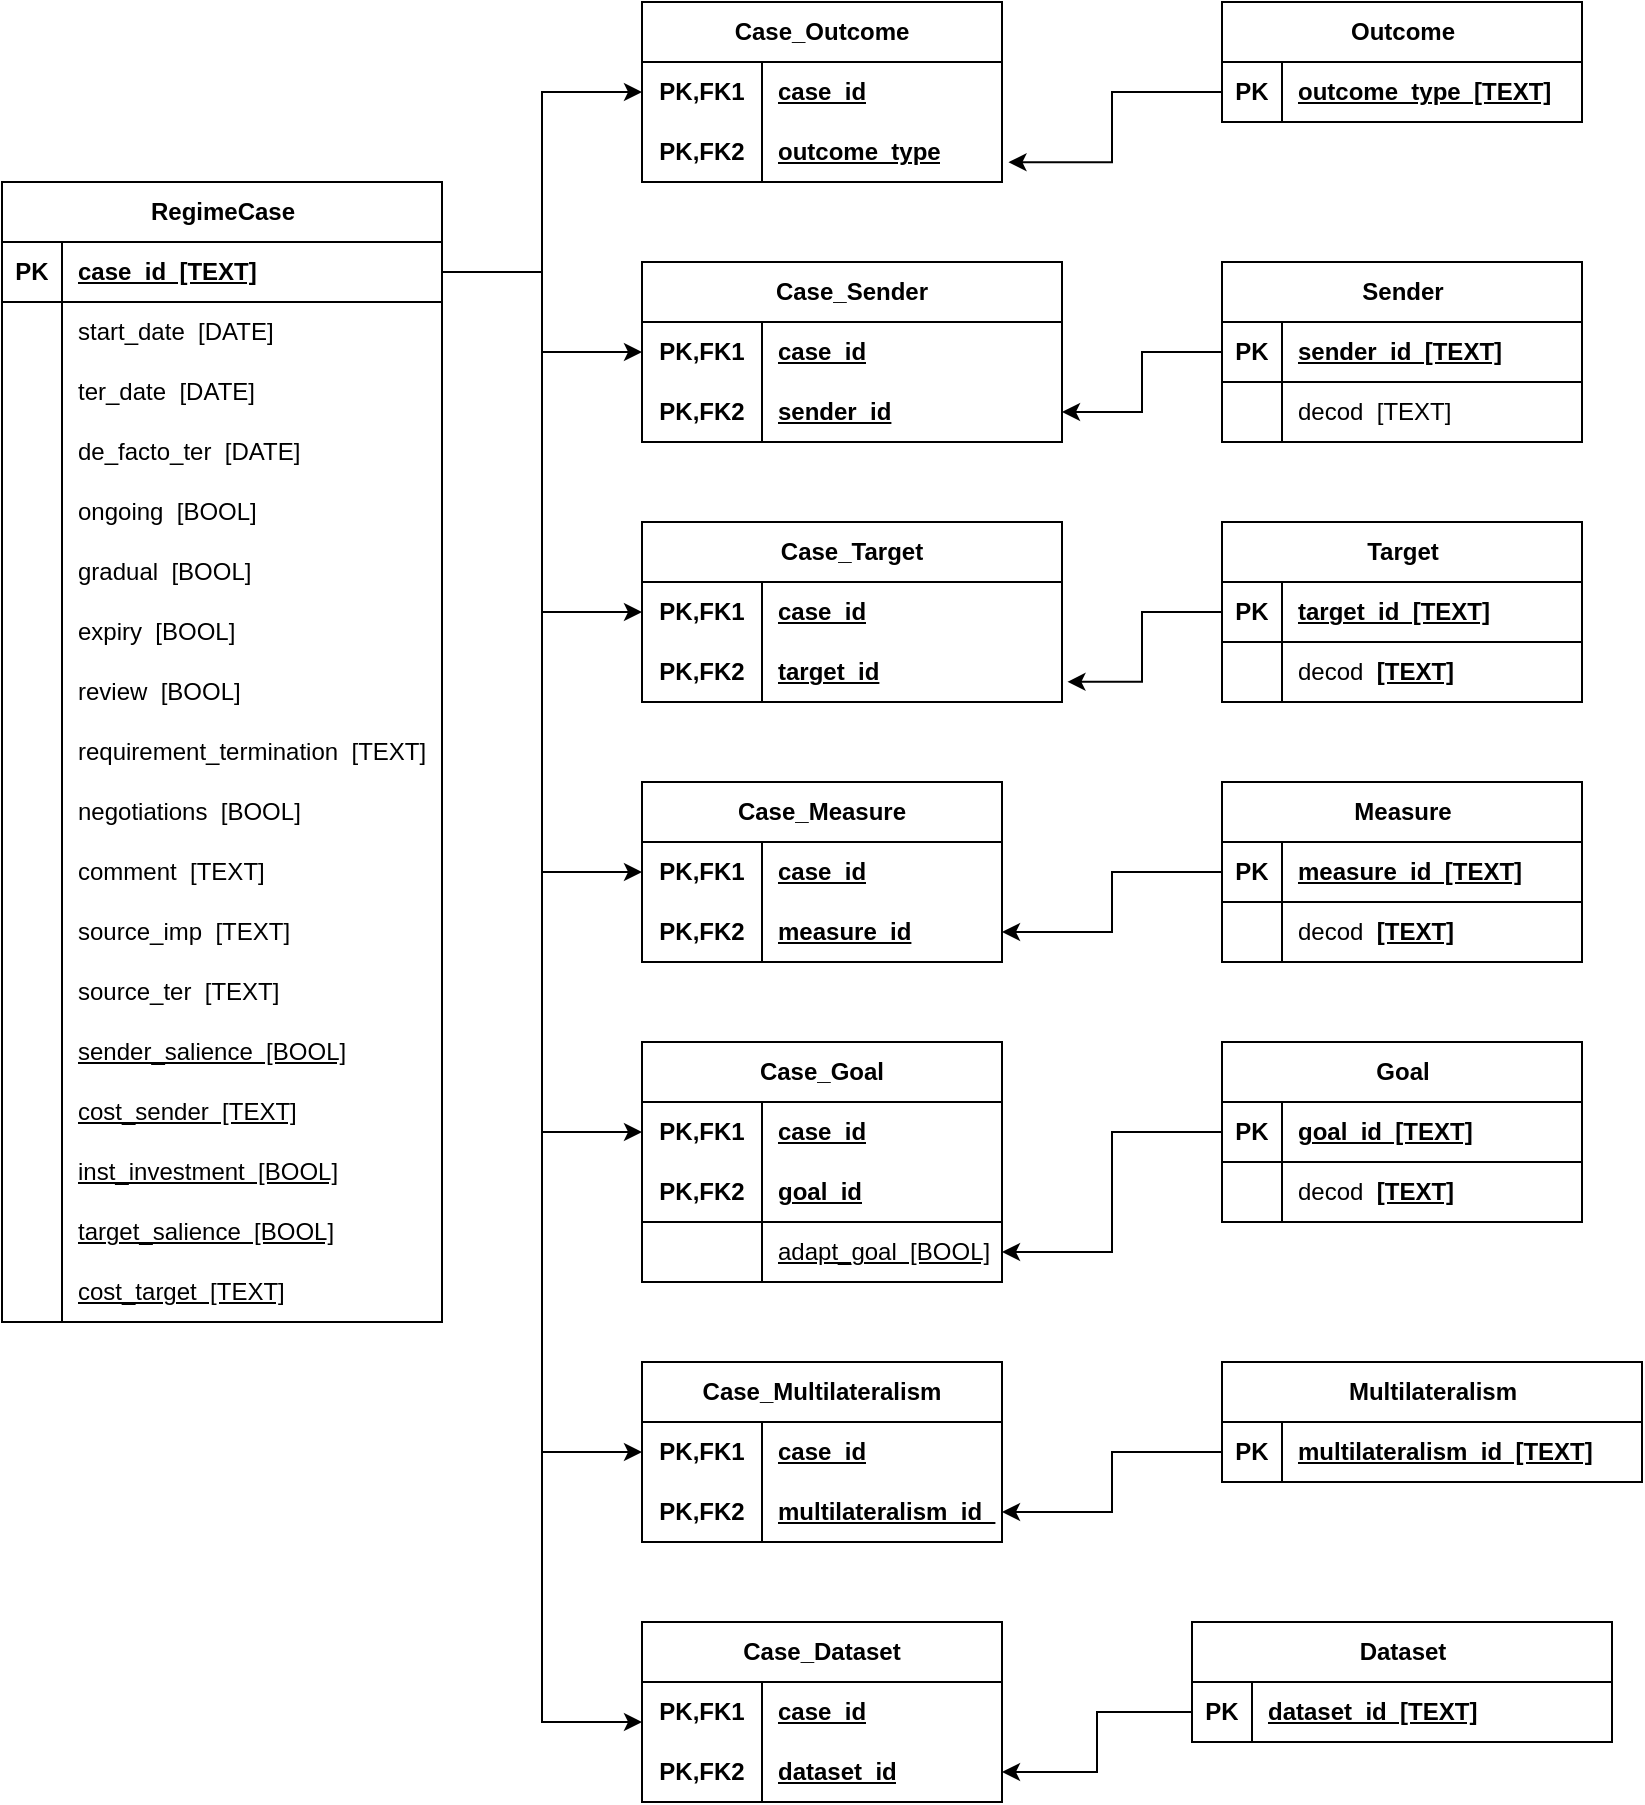
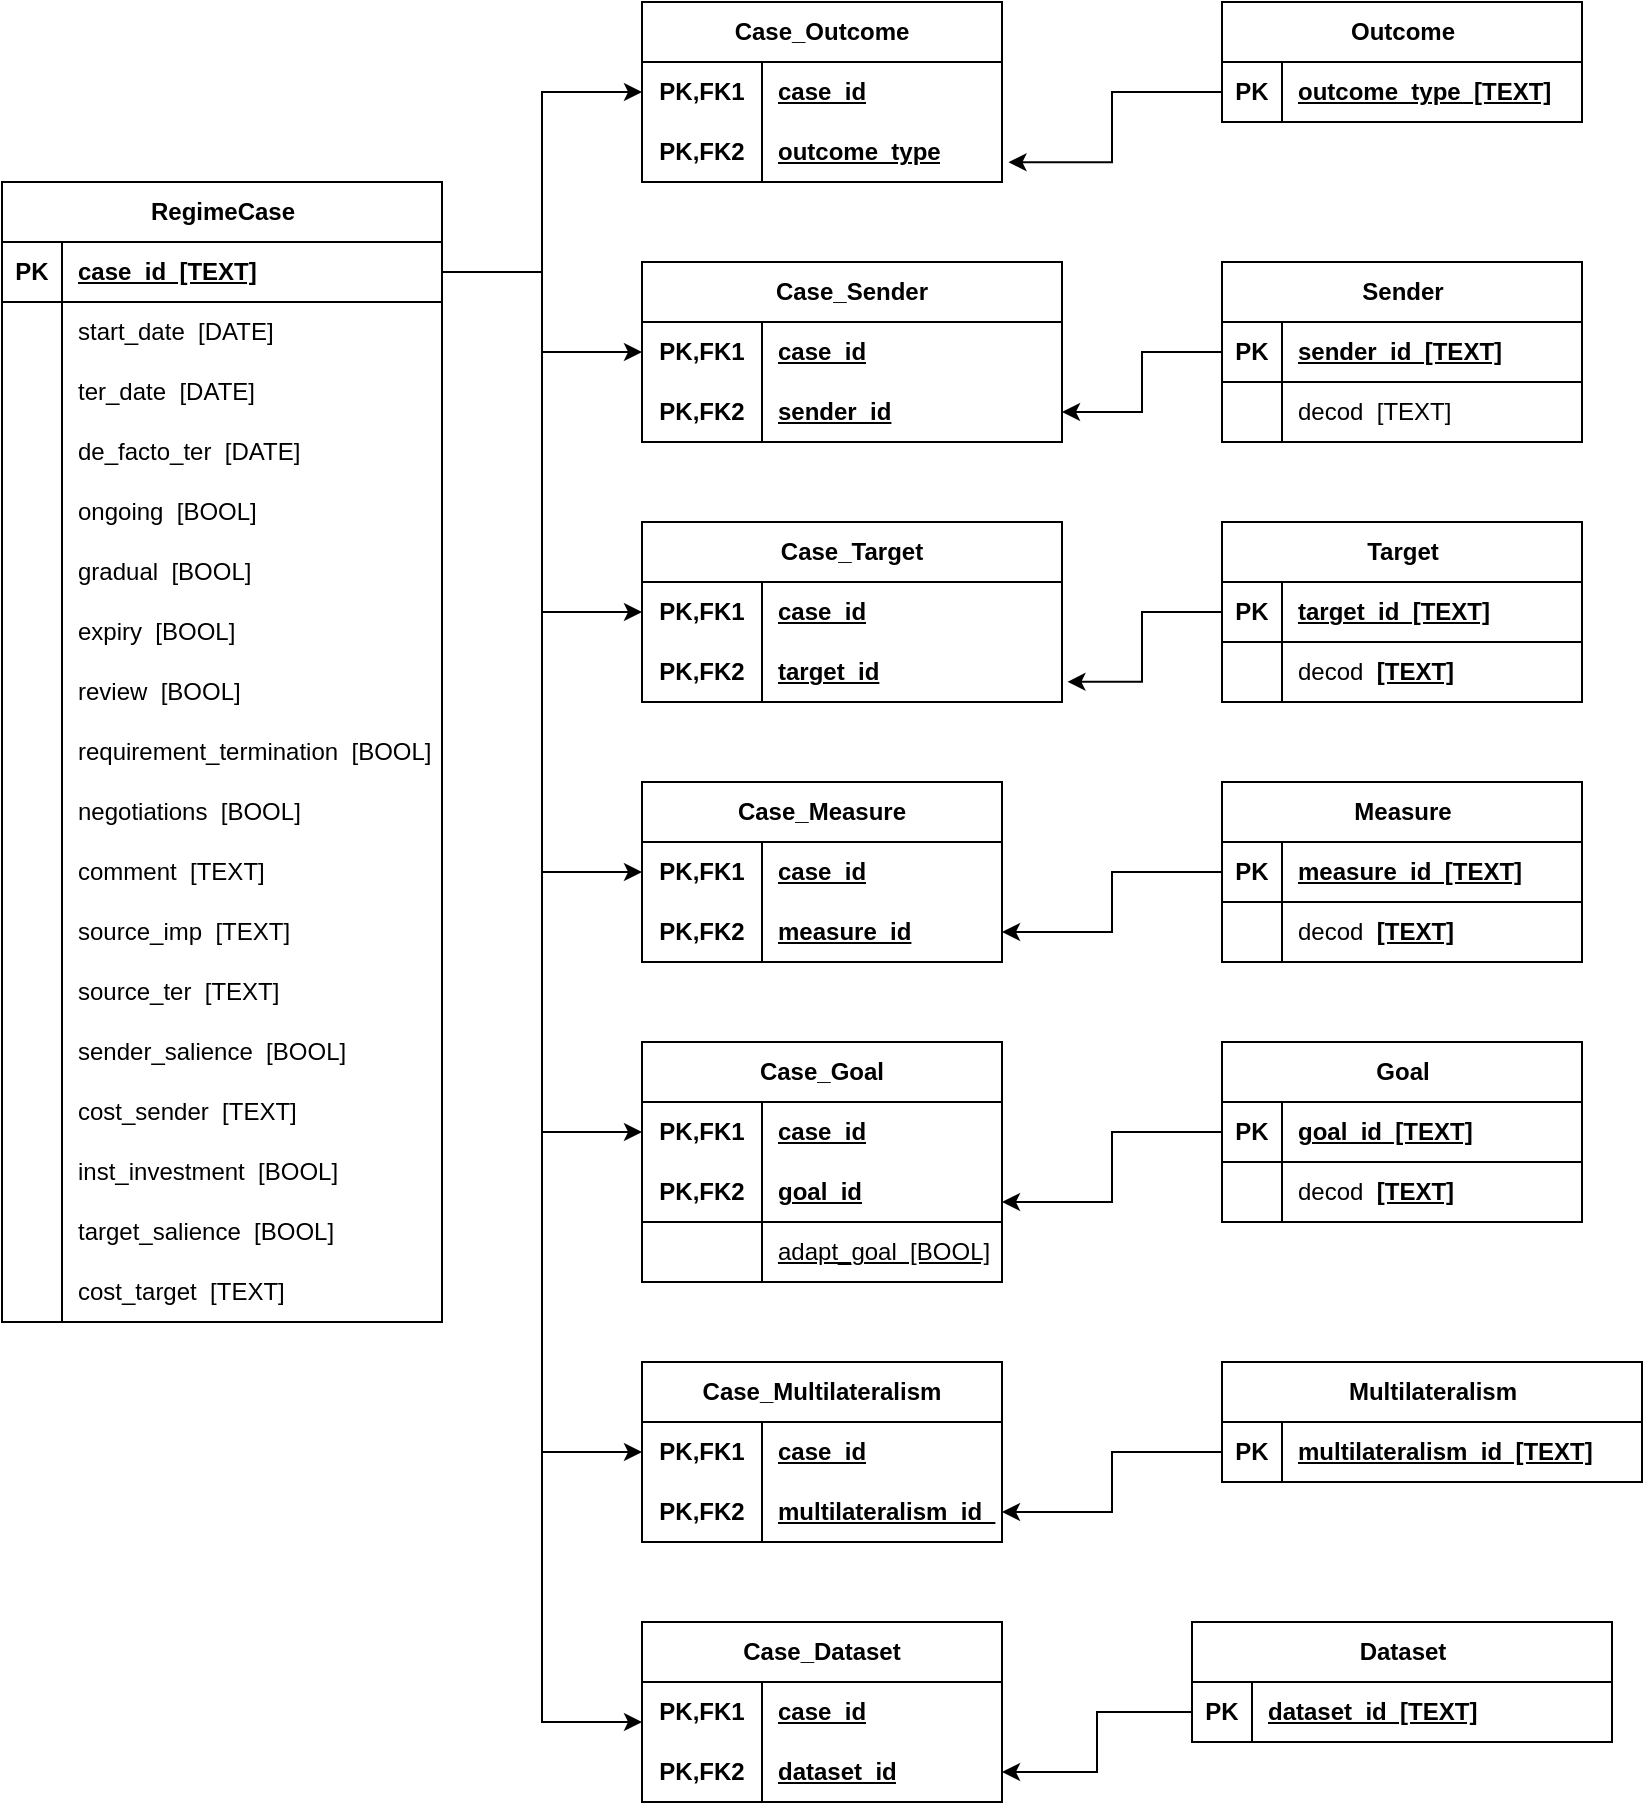
- <mxfile host="Electron" agent="Mozilla/5.0 (X11; Linux x86_64) AppleWebKit/537.36 (KHTML, like Gecko) draw.io/29.6.1 Chrome/142.0.7444.265 Electron/39.8.10 Safari/537.36" version="29.6.1">
+ <mxfile host="Electron" agent="Mozilla/5.0 (X11; Linux x86_64) AppleWebKit/537.36 (KHTML, like Gecko) draw.io/29.6.1 Chrome/142.0.7444.265 Electron/39.8.10 Safari/537.36">
  <diagram name="Page-1" id="XWKYELrC92UAS3lhE2RF">
-     <mxGraphModel dx="2253" dy="860" grid="1" gridSize="10" guides="1" tooltips="1" connect="1" arrows="1" fold="1" page="1" pageScale="1" pageWidth="827" pageHeight="1169" math="0" shadow="0">
+     <mxGraphModel dx="2398" dy="956" grid="1" gridSize="10" guides="1" tooltips="1" connect="1" arrows="1" fold="1" page="1" pageScale="1" pageWidth="827" pageHeight="1169" math="0" shadow="0">
      <root>
        <mxCell id="0" />
        <mxCell id="1" parent="0" />
        <mxCell id="WDvytMEJftTZpuQGkw2x-4" parent="1" style="shape=table;startSize=30;container=1;collapsible=1;childLayout=tableLayout;fixedRows=1;rowLines=0;fontStyle=1;align=center;resizeLast=1;html=1;" value="RegimeCase" vertex="1">
          <mxGeometry height="570" width="220" x="-60" y="280" as="geometry" />
        </mxCell>
        <mxCell id="WDvytMEJftTZpuQGkw2x-5" parent="WDvytMEJftTZpuQGkw2x-4" style="shape=tableRow;horizontal=0;startSize=0;swimlaneHead=0;swimlaneBody=0;fillColor=none;collapsible=0;dropTarget=0;points=[[0,0.5],[1,0.5]];portConstraint=eastwest;top=0;left=0;right=0;bottom=1;" value="" vertex="1">
          <mxGeometry height="30" width="220" y="30" as="geometry" />
        </mxCell>
        <mxCell id="WDvytMEJftTZpuQGkw2x-6" parent="WDvytMEJftTZpuQGkw2x-5" style="shape=partialRectangle;connectable=0;fillColor=none;top=0;left=0;bottom=0;right=0;fontStyle=1;overflow=hidden;whiteSpace=wrap;html=1;" value="PK" vertex="1">
          <mxGeometry height="30" width="30" as="geometry">
            <mxRectangle height="30" width="30" as="alternateBounds" />
          </mxGeometry>
        </mxCell>
        <mxCell id="WDvytMEJftTZpuQGkw2x-7" parent="WDvytMEJftTZpuQGkw2x-5" style="shape=partialRectangle;connectable=0;fillColor=none;top=0;left=0;bottom=0;right=0;align=left;spacingLeft=6;fontStyle=5;overflow=hidden;whiteSpace=wrap;html=1;" value="case_id&amp;nbsp; [TEXT]" vertex="1">
          <mxGeometry height="30" width="190" x="30" as="geometry">
            <mxRectangle height="30" width="190" as="alternateBounds" />
          </mxGeometry>
        </mxCell>
        <mxCell id="WDvytMEJftTZpuQGkw2x-14" parent="WDvytMEJftTZpuQGkw2x-4" style="shape=tableRow;horizontal=0;startSize=0;swimlaneHead=0;swimlaneBody=0;fillColor=none;collapsible=0;dropTarget=0;points=[[0,0.5],[1,0.5]];portConstraint=eastwest;top=0;left=0;right=0;bottom=0;" value="" vertex="1">
          <mxGeometry height="30" width="220" y="60" as="geometry" />
        </mxCell>
        <mxCell id="WDvytMEJftTZpuQGkw2x-15" parent="WDvytMEJftTZpuQGkw2x-14" style="shape=partialRectangle;connectable=0;fillColor=none;top=0;left=0;bottom=0;right=0;editable=1;overflow=hidden;whiteSpace=wrap;html=1;" value="" vertex="1">
          <mxGeometry height="30" width="30" as="geometry">
            <mxRectangle height="30" width="30" as="alternateBounds" />
          </mxGeometry>
        </mxCell>
        <mxCell id="WDvytMEJftTZpuQGkw2x-16" parent="WDvytMEJftTZpuQGkw2x-14" style="shape=partialRectangle;connectable=0;fillColor=none;top=0;left=0;bottom=0;right=0;align=left;spacingLeft=6;overflow=hidden;whiteSpace=wrap;html=1;" value="start_date&amp;nbsp; [DATE]" vertex="1">
          <mxGeometry height="30" width="190" x="30" as="geometry">
            <mxRectangle height="30" width="190" as="alternateBounds" />
          </mxGeometry>
        </mxCell>
        <mxCell id="WDvytMEJftTZpuQGkw2x-17" parent="WDvytMEJftTZpuQGkw2x-4" style="shape=tableRow;horizontal=0;startSize=0;swimlaneHead=0;swimlaneBody=0;fillColor=none;collapsible=0;dropTarget=0;points=[[0,0.5],[1,0.5]];portConstraint=eastwest;top=0;left=0;right=0;bottom=0;" value="" vertex="1">
          <mxGeometry height="30" width="220" y="90" as="geometry" />
        </mxCell>
        <mxCell id="WDvytMEJftTZpuQGkw2x-18" parent="WDvytMEJftTZpuQGkw2x-17" style="shape=partialRectangle;connectable=0;fillColor=none;top=0;left=0;bottom=0;right=0;editable=1;overflow=hidden;whiteSpace=wrap;html=1;" value="" vertex="1">
          <mxGeometry height="30" width="30" as="geometry">
            <mxRectangle height="30" width="30" as="alternateBounds" />
          </mxGeometry>
        </mxCell>
        <mxCell id="WDvytMEJftTZpuQGkw2x-19" parent="WDvytMEJftTZpuQGkw2x-17" style="shape=partialRectangle;connectable=0;fillColor=none;top=0;left=0;bottom=0;right=0;align=left;spacingLeft=6;overflow=hidden;whiteSpace=wrap;html=1;" value="ter_date&amp;nbsp; [DATE]" vertex="1">
          <mxGeometry height="30" width="190" x="30" as="geometry">
            <mxRectangle height="30" width="190" as="alternateBounds" />
          </mxGeometry>
        </mxCell>
        <mxCell id="WDvytMEJftTZpuQGkw2x-20" parent="WDvytMEJftTZpuQGkw2x-4" style="shape=tableRow;horizontal=0;startSize=0;swimlaneHead=0;swimlaneBody=0;fillColor=none;collapsible=0;dropTarget=0;points=[[0,0.5],[1,0.5]];portConstraint=eastwest;top=0;left=0;right=0;bottom=0;" value="" vertex="1">
          <mxGeometry height="30" width="220" y="120" as="geometry" />
        </mxCell>
        <mxCell id="WDvytMEJftTZpuQGkw2x-21" parent="WDvytMEJftTZpuQGkw2x-20" style="shape=partialRectangle;connectable=0;fillColor=none;top=0;left=0;bottom=0;right=0;editable=1;overflow=hidden;whiteSpace=wrap;html=1;" value="" vertex="1">
          <mxGeometry height="30" width="30" as="geometry">
            <mxRectangle height="30" width="30" as="alternateBounds" />
          </mxGeometry>
        </mxCell>
        <mxCell id="WDvytMEJftTZpuQGkw2x-22" parent="WDvytMEJftTZpuQGkw2x-20" style="shape=partialRectangle;connectable=0;fillColor=none;top=0;left=0;bottom=0;right=0;align=left;spacingLeft=6;overflow=hidden;whiteSpace=wrap;html=1;" value="de_facto_ter&amp;nbsp; [DATE]" vertex="1">
          <mxGeometry height="30" width="190" x="30" as="geometry">
            <mxRectangle height="30" width="190" as="alternateBounds" />
          </mxGeometry>
        </mxCell>
        <mxCell id="WDvytMEJftTZpuQGkw2x-23" parent="WDvytMEJftTZpuQGkw2x-4" style="shape=tableRow;horizontal=0;startSize=0;swimlaneHead=0;swimlaneBody=0;fillColor=none;collapsible=0;dropTarget=0;points=[[0,0.5],[1,0.5]];portConstraint=eastwest;top=0;left=0;right=0;bottom=0;" value="" vertex="1">
          <mxGeometry height="30" width="220" y="150" as="geometry" />
        </mxCell>
        <mxCell id="WDvytMEJftTZpuQGkw2x-24" parent="WDvytMEJftTZpuQGkw2x-23" style="shape=partialRectangle;connectable=0;fillColor=none;top=0;left=0;bottom=0;right=0;editable=1;overflow=hidden;whiteSpace=wrap;html=1;" value="" vertex="1">
          <mxGeometry height="30" width="30" as="geometry">
            <mxRectangle height="30" width="30" as="alternateBounds" />
          </mxGeometry>
        </mxCell>
        <mxCell id="WDvytMEJftTZpuQGkw2x-25" parent="WDvytMEJftTZpuQGkw2x-23" style="shape=partialRectangle;connectable=0;fillColor=none;top=0;left=0;bottom=0;right=0;align=left;spacingLeft=6;overflow=hidden;whiteSpace=wrap;html=1;" value="ongoing&amp;nbsp; [BOOL]" vertex="1">
          <mxGeometry height="30" width="190" x="30" as="geometry">
            <mxRectangle height="30" width="190" as="alternateBounds" />
          </mxGeometry>
        </mxCell>
        <mxCell id="WDvytMEJftTZpuQGkw2x-26" parent="WDvytMEJftTZpuQGkw2x-4" style="shape=tableRow;horizontal=0;startSize=0;swimlaneHead=0;swimlaneBody=0;fillColor=none;collapsible=0;dropTarget=0;points=[[0,0.5],[1,0.5]];portConstraint=eastwest;top=0;left=0;right=0;bottom=0;" value="" vertex="1">
          <mxGeometry height="30" width="220" y="180" as="geometry" />
        </mxCell>
        <mxCell id="WDvytMEJftTZpuQGkw2x-27" parent="WDvytMEJftTZpuQGkw2x-26" style="shape=partialRectangle;connectable=0;fillColor=none;top=0;left=0;bottom=0;right=0;editable=1;overflow=hidden;whiteSpace=wrap;html=1;" value="" vertex="1">
          <mxGeometry height="30" width="30" as="geometry">
            <mxRectangle height="30" width="30" as="alternateBounds" />
          </mxGeometry>
        </mxCell>
        <mxCell id="WDvytMEJftTZpuQGkw2x-28" parent="WDvytMEJftTZpuQGkw2x-26" style="shape=partialRectangle;connectable=0;fillColor=none;top=0;left=0;bottom=0;right=0;align=left;spacingLeft=6;overflow=hidden;whiteSpace=wrap;html=1;" value="gradual&amp;nbsp; [BOOL]" vertex="1">
          <mxGeometry height="30" width="190" x="30" as="geometry">
            <mxRectangle height="30" width="190" as="alternateBounds" />
          </mxGeometry>
        </mxCell>
        <mxCell id="WDvytMEJftTZpuQGkw2x-29" parent="WDvytMEJftTZpuQGkw2x-4" style="shape=tableRow;horizontal=0;startSize=0;swimlaneHead=0;swimlaneBody=0;fillColor=none;collapsible=0;dropTarget=0;points=[[0,0.5],[1,0.5]];portConstraint=eastwest;top=0;left=0;right=0;bottom=0;" value="" vertex="1">
          <mxGeometry height="30" width="220" y="210" as="geometry" />
        </mxCell>
        <mxCell id="WDvytMEJftTZpuQGkw2x-30" parent="WDvytMEJftTZpuQGkw2x-29" style="shape=partialRectangle;connectable=0;fillColor=none;top=0;left=0;bottom=0;right=0;editable=1;overflow=hidden;whiteSpace=wrap;html=1;" value="" vertex="1">
          <mxGeometry height="30" width="30" as="geometry">
            <mxRectangle height="30" width="30" as="alternateBounds" />
          </mxGeometry>
        </mxCell>
        <mxCell id="WDvytMEJftTZpuQGkw2x-31" parent="WDvytMEJftTZpuQGkw2x-29" style="shape=partialRectangle;connectable=0;fillColor=none;top=0;left=0;bottom=0;right=0;align=left;spacingLeft=6;overflow=hidden;whiteSpace=wrap;html=1;" value="expiry&amp;nbsp; [BOOL]" vertex="1">
          <mxGeometry height="30" width="190" x="30" as="geometry">
            <mxRectangle height="30" width="190" as="alternateBounds" />
          </mxGeometry>
        </mxCell>
        <mxCell id="WDvytMEJftTZpuQGkw2x-32" parent="WDvytMEJftTZpuQGkw2x-4" style="shape=tableRow;horizontal=0;startSize=0;swimlaneHead=0;swimlaneBody=0;fillColor=none;collapsible=0;dropTarget=0;points=[[0,0.5],[1,0.5]];portConstraint=eastwest;top=0;left=0;right=0;bottom=0;" value="" vertex="1">
          <mxGeometry height="30" width="220" y="240" as="geometry" />
        </mxCell>
        <mxCell id="WDvytMEJftTZpuQGkw2x-33" parent="WDvytMEJftTZpuQGkw2x-32" style="shape=partialRectangle;connectable=0;fillColor=none;top=0;left=0;bottom=0;right=0;editable=1;overflow=hidden;whiteSpace=wrap;html=1;" value="" vertex="1">
          <mxGeometry height="30" width="30" as="geometry">
            <mxRectangle height="30" width="30" as="alternateBounds" />
          </mxGeometry>
        </mxCell>
        <mxCell id="WDvytMEJftTZpuQGkw2x-34" parent="WDvytMEJftTZpuQGkw2x-32" style="shape=partialRectangle;connectable=0;fillColor=none;top=0;left=0;bottom=0;right=0;align=left;spacingLeft=6;overflow=hidden;whiteSpace=wrap;html=1;" value="review&amp;nbsp; [BOOL]" vertex="1">
          <mxGeometry height="30" width="190" x="30" as="geometry">
            <mxRectangle height="30" width="190" as="alternateBounds" />
          </mxGeometry>
        </mxCell>
        <mxCell id="WDvytMEJftTZpuQGkw2x-99" parent="WDvytMEJftTZpuQGkw2x-4" style="shape=tableRow;horizontal=0;startSize=0;swimlaneHead=0;swimlaneBody=0;fillColor=none;collapsible=0;dropTarget=0;points=[[0,0.5],[1,0.5]];portConstraint=eastwest;top=0;left=0;right=0;bottom=0;" value="" vertex="1">
          <mxGeometry height="30" width="220" y="270" as="geometry" />
        </mxCell>
        <mxCell id="WDvytMEJftTZpuQGkw2x-100" parent="WDvytMEJftTZpuQGkw2x-99" style="shape=partialRectangle;connectable=0;fillColor=none;top=0;left=0;bottom=0;right=0;editable=1;overflow=hidden;whiteSpace=wrap;html=1;" value="" vertex="1">
          <mxGeometry height="30" width="30" as="geometry">
            <mxRectangle height="30" width="30" as="alternateBounds" />
          </mxGeometry>
        </mxCell>
-         <mxCell id="WDvytMEJftTZpuQGkw2x-101" parent="WDvytMEJftTZpuQGkw2x-99" style="shape=partialRectangle;connectable=0;fillColor=none;top=0;left=0;bottom=0;right=0;align=left;spacingLeft=6;overflow=hidden;whiteSpace=wrap;html=1;" value="requirement_termination&amp;nbsp; [TEXT]" vertex="1">
+         <mxCell id="WDvytMEJftTZpuQGkw2x-101" parent="WDvytMEJftTZpuQGkw2x-99" style="shape=partialRectangle;connectable=0;fillColor=none;top=0;left=0;bottom=0;right=0;align=left;spacingLeft=6;overflow=hidden;whiteSpace=wrap;html=1;" value="requirement_termination&amp;nbsp; [BOOL]" vertex="1">
          <mxGeometry height="30" width="190" x="30" as="geometry">
            <mxRectangle height="30" width="190" as="alternateBounds" />
          </mxGeometry>
        </mxCell>
        <mxCell id="ermmsyjzQaxo6F8L4r3J-72" parent="WDvytMEJftTZpuQGkw2x-4" style="shape=tableRow;horizontal=0;startSize=0;swimlaneHead=0;swimlaneBody=0;fillColor=none;collapsible=0;dropTarget=0;points=[[0,0.5],[1,0.5]];portConstraint=eastwest;top=0;left=0;right=0;bottom=0;" value="" vertex="1">
          <mxGeometry height="30" width="220" y="300" as="geometry" />
        </mxCell>
        <mxCell id="ermmsyjzQaxo6F8L4r3J-73" parent="ermmsyjzQaxo6F8L4r3J-72" style="shape=partialRectangle;connectable=0;fillColor=none;top=0;left=0;bottom=0;right=0;editable=1;overflow=hidden;whiteSpace=wrap;html=1;" value="" vertex="1">
          <mxGeometry height="30" width="30" as="geometry">
            <mxRectangle height="30" width="30" as="alternateBounds" />
          </mxGeometry>
        </mxCell>
        <mxCell id="ermmsyjzQaxo6F8L4r3J-74" parent="ermmsyjzQaxo6F8L4r3J-72" style="shape=partialRectangle;connectable=0;fillColor=none;top=0;left=0;bottom=0;right=0;align=left;spacingLeft=6;overflow=hidden;whiteSpace=wrap;html=1;" value="negotiations&amp;nbsp; [BOOL]" vertex="1">
          <mxGeometry height="30" width="190" x="30" as="geometry">
            <mxRectangle height="30" width="190" as="alternateBounds" />
          </mxGeometry>
        </mxCell>
        <mxCell id="ermmsyjzQaxo6F8L4r3J-94" parent="WDvytMEJftTZpuQGkw2x-4" style="shape=tableRow;horizontal=0;startSize=0;swimlaneHead=0;swimlaneBody=0;fillColor=none;collapsible=0;dropTarget=0;points=[[0,0.5],[1,0.5]];portConstraint=eastwest;top=0;left=0;right=0;bottom=0;" value="" vertex="1">
          <mxGeometry height="30" width="220" y="330" as="geometry" />
        </mxCell>
        <mxCell id="ermmsyjzQaxo6F8L4r3J-95" parent="ermmsyjzQaxo6F8L4r3J-94" style="shape=partialRectangle;connectable=0;fillColor=none;top=0;left=0;bottom=0;right=0;editable=1;overflow=hidden;whiteSpace=wrap;html=1;" value="" vertex="1">
          <mxGeometry height="30" width="30" as="geometry">
            <mxRectangle height="30" width="30" as="alternateBounds" />
          </mxGeometry>
        </mxCell>
        <mxCell id="ermmsyjzQaxo6F8L4r3J-96" parent="ermmsyjzQaxo6F8L4r3J-94" style="shape=partialRectangle;connectable=0;fillColor=none;top=0;left=0;bottom=0;right=0;align=left;spacingLeft=6;overflow=hidden;whiteSpace=wrap;html=1;" value="comment&amp;nbsp; [TEXT]" vertex="1">
          <mxGeometry height="30" width="190" x="30" as="geometry">
            <mxRectangle height="30" width="190" as="alternateBounds" />
          </mxGeometry>
        </mxCell>
        <mxCell id="ermmsyjzQaxo6F8L4r3J-97" parent="WDvytMEJftTZpuQGkw2x-4" style="shape=tableRow;horizontal=0;startSize=0;swimlaneHead=0;swimlaneBody=0;fillColor=none;collapsible=0;dropTarget=0;points=[[0,0.5],[1,0.5]];portConstraint=eastwest;top=0;left=0;right=0;bottom=0;" value="" vertex="1">
          <mxGeometry height="30" width="220" y="360" as="geometry" />
        </mxCell>
        <mxCell id="ermmsyjzQaxo6F8L4r3J-98" parent="ermmsyjzQaxo6F8L4r3J-97" style="shape=partialRectangle;connectable=0;fillColor=none;top=0;left=0;bottom=0;right=0;editable=1;overflow=hidden;whiteSpace=wrap;html=1;" value="" vertex="1">
          <mxGeometry height="30" width="30" as="geometry">
            <mxRectangle height="30" width="30" as="alternateBounds" />
          </mxGeometry>
        </mxCell>
        <mxCell id="ermmsyjzQaxo6F8L4r3J-99" parent="ermmsyjzQaxo6F8L4r3J-97" style="shape=partialRectangle;connectable=0;fillColor=none;top=0;left=0;bottom=0;right=0;align=left;spacingLeft=6;overflow=hidden;whiteSpace=wrap;html=1;" value="source_imp&amp;nbsp; [TEXT]" vertex="1">
          <mxGeometry height="30" width="190" x="30" as="geometry">
            <mxRectangle height="30" width="190" as="alternateBounds" />
          </mxGeometry>
        </mxCell>
        <mxCell id="ermmsyjzQaxo6F8L4r3J-100" parent="WDvytMEJftTZpuQGkw2x-4" style="shape=tableRow;horizontal=0;startSize=0;swimlaneHead=0;swimlaneBody=0;fillColor=none;collapsible=0;dropTarget=0;points=[[0,0.5],[1,0.5]];portConstraint=eastwest;top=0;left=0;right=0;bottom=0;" value="" vertex="1">
          <mxGeometry height="30" width="220" y="390" as="geometry" />
        </mxCell>
        <mxCell id="ermmsyjzQaxo6F8L4r3J-101" parent="ermmsyjzQaxo6F8L4r3J-100" style="shape=partialRectangle;connectable=0;fillColor=none;top=0;left=0;bottom=0;right=0;editable=1;overflow=hidden;whiteSpace=wrap;html=1;" value="" vertex="1">
          <mxGeometry height="30" width="30" as="geometry">
            <mxRectangle height="30" width="30" as="alternateBounds" />
          </mxGeometry>
        </mxCell>
        <mxCell id="ermmsyjzQaxo6F8L4r3J-102" parent="ermmsyjzQaxo6F8L4r3J-100" style="shape=partialRectangle;connectable=0;fillColor=none;top=0;left=0;bottom=0;right=0;align=left;spacingLeft=6;overflow=hidden;whiteSpace=wrap;html=1;" value="source_ter&amp;nbsp; [TEXT]" vertex="1">
          <mxGeometry height="30" width="190" x="30" as="geometry">
            <mxRectangle height="30" width="190" as="alternateBounds" />
          </mxGeometry>
        </mxCell>
        <mxCell id="aQ2nzmJiz5wbqGwOIO7E-1" parent="WDvytMEJftTZpuQGkw2x-4" style="shape=tableRow;horizontal=0;startSize=0;swimlaneHead=0;swimlaneBody=0;fillColor=none;collapsible=0;dropTarget=0;points=[[0,0.5],[1,0.5]];portConstraint=eastwest;top=0;left=0;right=0;bottom=0;" value="" vertex="1">
          <mxGeometry height="30" width="220" y="420" as="geometry" />
        </mxCell>
        <mxCell id="aQ2nzmJiz5wbqGwOIO7E-2" parent="aQ2nzmJiz5wbqGwOIO7E-1" style="shape=partialRectangle;connectable=0;fillColor=none;top=0;left=0;bottom=0;right=0;editable=1;overflow=hidden;whiteSpace=wrap;html=1;" value="" vertex="1">
          <mxGeometry height="30" width="30" as="geometry">
            <mxRectangle height="30" width="30" as="alternateBounds" />
          </mxGeometry>
        </mxCell>
-         <mxCell id="aQ2nzmJiz5wbqGwOIO7E-3" parent="aQ2nzmJiz5wbqGwOIO7E-1" style="shape=partialRectangle;connectable=0;fillColor=none;top=0;left=0;bottom=0;right=0;align=left;spacingLeft=6;overflow=hidden;whiteSpace=wrap;html=1;" value="&lt;span style=&quot;text-decoration-line: underline;&quot;&gt;sender_salience&amp;nbsp; [BOOL]&lt;/span&gt;" vertex="1">
+         <mxCell id="aQ2nzmJiz5wbqGwOIO7E-3" parent="aQ2nzmJiz5wbqGwOIO7E-1" style="shape=partialRectangle;connectable=0;fillColor=none;top=0;left=0;bottom=0;right=0;align=left;spacingLeft=6;overflow=hidden;whiteSpace=wrap;html=1;" value="sender_salience&amp;nbsp; [BOOL]" vertex="1">
          <mxGeometry height="30" width="190" x="30" as="geometry">
            <mxRectangle height="30" width="190" as="alternateBounds" />
          </mxGeometry>
        </mxCell>
        <mxCell id="aQ2nzmJiz5wbqGwOIO7E-4" parent="WDvytMEJftTZpuQGkw2x-4" style="shape=tableRow;horizontal=0;startSize=0;swimlaneHead=0;swimlaneBody=0;fillColor=none;collapsible=0;dropTarget=0;points=[[0,0.5],[1,0.5]];portConstraint=eastwest;top=0;left=0;right=0;bottom=0;" value="" vertex="1">
          <mxGeometry height="30" width="220" y="450" as="geometry" />
        </mxCell>
        <mxCell id="aQ2nzmJiz5wbqGwOIO7E-5" parent="aQ2nzmJiz5wbqGwOIO7E-4" style="shape=partialRectangle;connectable=0;fillColor=none;top=0;left=0;bottom=0;right=0;editable=1;overflow=hidden;whiteSpace=wrap;html=1;" value="" vertex="1">
          <mxGeometry height="30" width="30" as="geometry">
            <mxRectangle height="30" width="30" as="alternateBounds" />
          </mxGeometry>
        </mxCell>
-         <mxCell id="aQ2nzmJiz5wbqGwOIO7E-6" parent="aQ2nzmJiz5wbqGwOIO7E-4" style="shape=partialRectangle;connectable=0;fillColor=none;top=0;left=0;bottom=0;right=0;align=left;spacingLeft=6;overflow=hidden;whiteSpace=wrap;html=1;" value="&lt;span style=&quot;text-decoration-line: underline;&quot;&gt;cost_sender&amp;nbsp; [TEXT]&lt;/span&gt;" vertex="1">
+         <mxCell id="aQ2nzmJiz5wbqGwOIO7E-6" parent="aQ2nzmJiz5wbqGwOIO7E-4" style="shape=partialRectangle;connectable=0;fillColor=none;top=0;left=0;bottom=0;right=0;align=left;spacingLeft=6;overflow=hidden;whiteSpace=wrap;html=1;" value="cost_sender&amp;nbsp; [TEXT]" vertex="1">
          <mxGeometry height="30" width="190" x="30" as="geometry">
            <mxRectangle height="30" width="190" as="alternateBounds" />
          </mxGeometry>
        </mxCell>
        <mxCell id="aQ2nzmJiz5wbqGwOIO7E-7" parent="WDvytMEJftTZpuQGkw2x-4" style="shape=tableRow;horizontal=0;startSize=0;swimlaneHead=0;swimlaneBody=0;fillColor=none;collapsible=0;dropTarget=0;points=[[0,0.5],[1,0.5]];portConstraint=eastwest;top=0;left=0;right=0;bottom=0;" value="" vertex="1">
          <mxGeometry height="30" width="220" y="480" as="geometry" />
        </mxCell>
        <mxCell id="aQ2nzmJiz5wbqGwOIO7E-8" parent="aQ2nzmJiz5wbqGwOIO7E-7" style="shape=partialRectangle;connectable=0;fillColor=none;top=0;left=0;bottom=0;right=0;editable=1;overflow=hidden;whiteSpace=wrap;html=1;" value="" vertex="1">
          <mxGeometry height="30" width="30" as="geometry">
            <mxRectangle height="30" width="30" as="alternateBounds" />
          </mxGeometry>
        </mxCell>
-         <mxCell id="aQ2nzmJiz5wbqGwOIO7E-9" parent="aQ2nzmJiz5wbqGwOIO7E-7" style="shape=partialRectangle;connectable=0;fillColor=none;top=0;left=0;bottom=0;right=0;align=left;spacingLeft=6;overflow=hidden;whiteSpace=wrap;html=1;" value="&lt;span style=&quot;text-decoration-line: underline;&quot;&gt;inst_investment&amp;nbsp; [BOOL]&lt;/span&gt;" vertex="1">
+         <mxCell id="aQ2nzmJiz5wbqGwOIO7E-9" parent="aQ2nzmJiz5wbqGwOIO7E-7" style="shape=partialRectangle;connectable=0;fillColor=none;top=0;left=0;bottom=0;right=0;align=left;spacingLeft=6;overflow=hidden;whiteSpace=wrap;html=1;" value="inst_investment&amp;nbsp; [BOOL]" vertex="1">
          <mxGeometry height="30" width="190" x="30" as="geometry">
            <mxRectangle height="30" width="190" as="alternateBounds" />
          </mxGeometry>
        </mxCell>
        <mxCell id="aQ2nzmJiz5wbqGwOIO7E-10" parent="WDvytMEJftTZpuQGkw2x-4" style="shape=tableRow;horizontal=0;startSize=0;swimlaneHead=0;swimlaneBody=0;fillColor=none;collapsible=0;dropTarget=0;points=[[0,0.5],[1,0.5]];portConstraint=eastwest;top=0;left=0;right=0;bottom=0;" value="" vertex="1">
          <mxGeometry height="30" width="220" y="510" as="geometry" />
        </mxCell>
        <mxCell id="aQ2nzmJiz5wbqGwOIO7E-11" parent="aQ2nzmJiz5wbqGwOIO7E-10" style="shape=partialRectangle;connectable=0;fillColor=none;top=0;left=0;bottom=0;right=0;editable=1;overflow=hidden;whiteSpace=wrap;html=1;" value="" vertex="1">
          <mxGeometry height="30" width="30" as="geometry">
            <mxRectangle height="30" width="30" as="alternateBounds" />
          </mxGeometry>
        </mxCell>
-         <mxCell id="aQ2nzmJiz5wbqGwOIO7E-12" parent="aQ2nzmJiz5wbqGwOIO7E-10" style="shape=partialRectangle;connectable=0;fillColor=none;top=0;left=0;bottom=0;right=0;align=left;spacingLeft=6;overflow=hidden;whiteSpace=wrap;html=1;" value="&lt;span style=&quot;text-decoration-line: underline;&quot;&gt;target_salience&amp;nbsp; [BOOL]&lt;/span&gt;" vertex="1">
+         <mxCell id="aQ2nzmJiz5wbqGwOIO7E-12" parent="aQ2nzmJiz5wbqGwOIO7E-10" style="shape=partialRectangle;connectable=0;fillColor=none;top=0;left=0;bottom=0;right=0;align=left;spacingLeft=6;overflow=hidden;whiteSpace=wrap;html=1;" value="target_salience&amp;nbsp; [BOOL]" vertex="1">
          <mxGeometry height="30" width="190" x="30" as="geometry">
            <mxRectangle height="30" width="190" as="alternateBounds" />
          </mxGeometry>
        </mxCell>
        <mxCell id="aQ2nzmJiz5wbqGwOIO7E-13" parent="WDvytMEJftTZpuQGkw2x-4" style="shape=tableRow;horizontal=0;startSize=0;swimlaneHead=0;swimlaneBody=0;fillColor=none;collapsible=0;dropTarget=0;points=[[0,0.5],[1,0.5]];portConstraint=eastwest;top=0;left=0;right=0;bottom=0;" value="" vertex="1">
          <mxGeometry height="30" width="220" y="540" as="geometry" />
        </mxCell>
        <mxCell id="aQ2nzmJiz5wbqGwOIO7E-14" parent="aQ2nzmJiz5wbqGwOIO7E-13" style="shape=partialRectangle;connectable=0;fillColor=none;top=0;left=0;bottom=0;right=0;editable=1;overflow=hidden;whiteSpace=wrap;html=1;" value="" vertex="1">
          <mxGeometry height="30" width="30" as="geometry">
            <mxRectangle height="30" width="30" as="alternateBounds" />
          </mxGeometry>
        </mxCell>
-         <mxCell id="aQ2nzmJiz5wbqGwOIO7E-15" parent="aQ2nzmJiz5wbqGwOIO7E-13" style="shape=partialRectangle;connectable=0;fillColor=none;top=0;left=0;bottom=0;right=0;align=left;spacingLeft=6;overflow=hidden;whiteSpace=wrap;html=1;" value="&lt;span style=&quot;text-decoration-line: underline;&quot;&gt;cost_target&amp;nbsp; [TEXT]&lt;/span&gt;" vertex="1">
+         <mxCell id="aQ2nzmJiz5wbqGwOIO7E-15" parent="aQ2nzmJiz5wbqGwOIO7E-13" style="shape=partialRectangle;connectable=0;fillColor=none;top=0;left=0;bottom=0;right=0;align=left;spacingLeft=6;overflow=hidden;whiteSpace=wrap;html=1;" value="cost_target&amp;nbsp; [TEXT]" vertex="1">
          <mxGeometry height="30" width="190" x="30" as="geometry">
            <mxRectangle height="30" width="190" as="alternateBounds" />
          </mxGeometry>
        </mxCell>
        <mxCell id="WDvytMEJftTZpuQGkw2x-39" parent="1" style="shape=table;startSize=30;container=1;collapsible=1;childLayout=tableLayout;fixedRows=1;rowLines=0;fontStyle=1;align=center;resizeLast=1;html=1;" value="Outcome" vertex="1">
          <mxGeometry height="60" width="180" x="550" y="190" as="geometry" />
        </mxCell>
        <mxCell id="WDvytMEJftTZpuQGkw2x-40" parent="WDvytMEJftTZpuQGkw2x-39" style="shape=tableRow;horizontal=0;startSize=0;swimlaneHead=0;swimlaneBody=0;fillColor=none;collapsible=0;dropTarget=0;points=[[0,0.5],[1,0.5]];portConstraint=eastwest;top=0;left=0;right=0;bottom=1;" value="" vertex="1">
          <mxGeometry height="30" width="180" y="30" as="geometry" />
        </mxCell>
        <mxCell id="WDvytMEJftTZpuQGkw2x-41" parent="WDvytMEJftTZpuQGkw2x-40" style="shape=partialRectangle;connectable=0;fillColor=none;top=0;left=0;bottom=0;right=0;fontStyle=1;overflow=hidden;whiteSpace=wrap;html=1;" value="PK" vertex="1">
          <mxGeometry height="30" width="30" as="geometry">
            <mxRectangle height="30" width="30" as="alternateBounds" />
          </mxGeometry>
        </mxCell>
        <mxCell id="WDvytMEJftTZpuQGkw2x-42" parent="WDvytMEJftTZpuQGkw2x-40" style="shape=partialRectangle;connectable=0;fillColor=none;top=0;left=0;bottom=0;right=0;align=left;spacingLeft=6;fontStyle=5;overflow=hidden;whiteSpace=wrap;html=1;" value="outcome_type&amp;nbsp; [TEXT]" vertex="1">
          <mxGeometry height="30" width="150" x="30" as="geometry">
            <mxRectangle height="30" width="150" as="alternateBounds" />
          </mxGeometry>
        </mxCell>
        <mxCell id="WDvytMEJftTZpuQGkw2x-52" parent="1" style="shape=table;startSize=30;container=1;collapsible=1;childLayout=tableLayout;fixedRows=1;rowLines=0;fontStyle=1;align=center;resizeLast=1;html=1;whiteSpace=wrap;" value="Case_Outcome" vertex="1">
          <mxGeometry height="90" width="180" x="260" y="190" as="geometry" />
        </mxCell>
        <mxCell id="WDvytMEJftTZpuQGkw2x-53" parent="WDvytMEJftTZpuQGkw2x-52" style="shape=tableRow;horizontal=0;startSize=0;swimlaneHead=0;swimlaneBody=0;fillColor=none;collapsible=0;dropTarget=0;points=[[0,0.5],[1,0.5]];portConstraint=eastwest;top=0;left=0;right=0;bottom=0;html=1;" value="" vertex="1">
          <mxGeometry height="30" width="180" y="30" as="geometry" />
        </mxCell>
        <mxCell id="WDvytMEJftTZpuQGkw2x-54" parent="WDvytMEJftTZpuQGkw2x-53" style="shape=partialRectangle;connectable=0;fillColor=none;top=0;left=0;bottom=0;right=0;fontStyle=1;overflow=hidden;html=1;whiteSpace=wrap;" value="PK,FK1" vertex="1">
          <mxGeometry height="30" width="60" as="geometry">
            <mxRectangle height="30" width="60" as="alternateBounds" />
          </mxGeometry>
        </mxCell>
        <mxCell id="WDvytMEJftTZpuQGkw2x-55" parent="WDvytMEJftTZpuQGkw2x-53" style="shape=partialRectangle;connectable=0;fillColor=none;top=0;left=0;bottom=0;right=0;align=left;spacingLeft=6;fontStyle=5;overflow=hidden;html=1;whiteSpace=wrap;" value="case_id" vertex="1">
          <mxGeometry height="30" width="120" x="60" as="geometry">
            <mxRectangle height="30" width="120" as="alternateBounds" />
          </mxGeometry>
        </mxCell>
        <mxCell id="WDvytMEJftTZpuQGkw2x-56" parent="WDvytMEJftTZpuQGkw2x-52" style="shape=tableRow;horizontal=0;startSize=0;swimlaneHead=0;swimlaneBody=0;fillColor=none;collapsible=0;dropTarget=0;points=[[0,0.5],[1,0.5]];portConstraint=eastwest;top=0;left=0;right=0;bottom=1;html=1;" value="" vertex="1">
          <mxGeometry height="30" width="180" y="60" as="geometry" />
        </mxCell>
        <mxCell id="WDvytMEJftTZpuQGkw2x-57" parent="WDvytMEJftTZpuQGkw2x-56" style="shape=partialRectangle;connectable=0;fillColor=none;top=0;left=0;bottom=0;right=0;fontStyle=1;overflow=hidden;html=1;whiteSpace=wrap;" value="PK,FK2" vertex="1">
          <mxGeometry height="30" width="60" as="geometry">
            <mxRectangle height="30" width="60" as="alternateBounds" />
          </mxGeometry>
        </mxCell>
        <mxCell id="WDvytMEJftTZpuQGkw2x-58" parent="WDvytMEJftTZpuQGkw2x-56" style="shape=partialRectangle;connectable=0;fillColor=none;top=0;left=0;bottom=0;right=0;align=left;spacingLeft=6;fontStyle=5;overflow=hidden;html=1;whiteSpace=wrap;" value="outcome_type" vertex="1">
          <mxGeometry height="30" width="120" x="60" as="geometry">
            <mxRectangle height="30" width="120" as="alternateBounds" />
          </mxGeometry>
        </mxCell>
        <mxCell id="WDvytMEJftTZpuQGkw2x-102" parent="1" style="shape=table;startSize=30;container=1;collapsible=1;childLayout=tableLayout;fixedRows=1;rowLines=0;fontStyle=1;align=center;resizeLast=1;html=1;" value="Sender" vertex="1">
          <mxGeometry height="90" width="180" x="550" y="320" as="geometry" />
        </mxCell>
        <mxCell id="WDvytMEJftTZpuQGkw2x-103" parent="WDvytMEJftTZpuQGkw2x-102" style="shape=tableRow;horizontal=0;startSize=0;swimlaneHead=0;swimlaneBody=0;fillColor=none;collapsible=0;dropTarget=0;points=[[0,0.5],[1,0.5]];portConstraint=eastwest;top=0;left=0;right=0;bottom=1;" value="" vertex="1">
          <mxGeometry height="30" width="180" y="30" as="geometry" />
        </mxCell>
        <mxCell id="WDvytMEJftTZpuQGkw2x-104" parent="WDvytMEJftTZpuQGkw2x-103" style="shape=partialRectangle;connectable=0;fillColor=none;top=0;left=0;bottom=0;right=0;fontStyle=1;overflow=hidden;whiteSpace=wrap;html=1;" value="PK" vertex="1">
          <mxGeometry height="30" width="30" as="geometry">
            <mxRectangle height="30" width="30" as="alternateBounds" />
          </mxGeometry>
        </mxCell>
        <mxCell id="WDvytMEJftTZpuQGkw2x-105" parent="WDvytMEJftTZpuQGkw2x-103" style="shape=partialRectangle;connectable=0;fillColor=none;top=0;left=0;bottom=0;right=0;align=left;spacingLeft=6;fontStyle=5;overflow=hidden;whiteSpace=wrap;html=1;" value="sender_id&amp;nbsp; [TEXT]" vertex="1">
          <mxGeometry height="30" width="150" x="30" as="geometry">
            <mxRectangle height="30" width="150" as="alternateBounds" />
          </mxGeometry>
        </mxCell>
        <mxCell id="WDvytMEJftTZpuQGkw2x-106" parent="WDvytMEJftTZpuQGkw2x-102" style="shape=tableRow;horizontal=0;startSize=0;swimlaneHead=0;swimlaneBody=0;fillColor=none;collapsible=0;dropTarget=0;points=[[0,0.5],[1,0.5]];portConstraint=eastwest;top=0;left=0;right=0;bottom=0;" value="" vertex="1">
          <mxGeometry height="30" width="180" y="60" as="geometry" />
        </mxCell>
        <mxCell id="WDvytMEJftTZpuQGkw2x-107" parent="WDvytMEJftTZpuQGkw2x-106" style="shape=partialRectangle;connectable=0;fillColor=none;top=0;left=0;bottom=0;right=0;editable=1;overflow=hidden;whiteSpace=wrap;html=1;" value="" vertex="1">
          <mxGeometry height="30" width="30" as="geometry">
            <mxRectangle height="30" width="30" as="alternateBounds" />
          </mxGeometry>
        </mxCell>
        <mxCell id="WDvytMEJftTZpuQGkw2x-108" parent="WDvytMEJftTZpuQGkw2x-106" style="shape=partialRectangle;connectable=0;fillColor=none;top=0;left=0;bottom=0;right=0;align=left;spacingLeft=6;overflow=hidden;whiteSpace=wrap;html=1;" value="decod&amp;nbsp; [TEXT]" vertex="1">
          <mxGeometry height="30" width="150" x="30" as="geometry">
            <mxRectangle height="30" width="150" as="alternateBounds" />
          </mxGeometry>
        </mxCell>
        <mxCell id="WDvytMEJftTZpuQGkw2x-128" parent="1" style="shape=table;startSize=30;container=1;collapsible=1;childLayout=tableLayout;fixedRows=1;rowLines=0;fontStyle=1;align=center;resizeLast=1;html=1;whiteSpace=wrap;" value="Case_Sender" vertex="1">
          <mxGeometry height="90" width="210" x="260" y="320" as="geometry" />
        </mxCell>
        <mxCell id="WDvytMEJftTZpuQGkw2x-129" parent="WDvytMEJftTZpuQGkw2x-128" style="shape=tableRow;horizontal=0;startSize=0;swimlaneHead=0;swimlaneBody=0;fillColor=none;collapsible=0;dropTarget=0;points=[[0,0.5],[1,0.5]];portConstraint=eastwest;top=0;left=0;right=0;bottom=0;html=1;" value="" vertex="1">
          <mxGeometry height="30" width="210" y="30" as="geometry" />
        </mxCell>
        <mxCell id="WDvytMEJftTZpuQGkw2x-130" parent="WDvytMEJftTZpuQGkw2x-129" style="shape=partialRectangle;connectable=0;fillColor=none;top=0;left=0;bottom=0;right=0;fontStyle=1;overflow=hidden;html=1;whiteSpace=wrap;" value="PK,FK1" vertex="1">
          <mxGeometry height="30" width="60" as="geometry">
            <mxRectangle height="30" width="60" as="alternateBounds" />
          </mxGeometry>
        </mxCell>
        <mxCell id="WDvytMEJftTZpuQGkw2x-131" parent="WDvytMEJftTZpuQGkw2x-129" style="shape=partialRectangle;connectable=0;fillColor=none;top=0;left=0;bottom=0;right=0;align=left;spacingLeft=6;fontStyle=5;overflow=hidden;html=1;whiteSpace=wrap;" value="case_id" vertex="1">
          <mxGeometry height="30" width="150" x="60" as="geometry">
            <mxRectangle height="30" width="150" as="alternateBounds" />
          </mxGeometry>
        </mxCell>
        <mxCell id="WDvytMEJftTZpuQGkw2x-132" parent="WDvytMEJftTZpuQGkw2x-128" style="shape=tableRow;horizontal=0;startSize=0;swimlaneHead=0;swimlaneBody=0;fillColor=none;collapsible=0;dropTarget=0;points=[[0,0.5],[1,0.5]];portConstraint=eastwest;top=0;left=0;right=0;bottom=1;html=1;" value="" vertex="1">
          <mxGeometry height="30" width="210" y="60" as="geometry" />
        </mxCell>
        <mxCell id="WDvytMEJftTZpuQGkw2x-133" parent="WDvytMEJftTZpuQGkw2x-132" style="shape=partialRectangle;connectable=0;fillColor=none;top=0;left=0;bottom=0;right=0;fontStyle=1;overflow=hidden;html=1;whiteSpace=wrap;" value="PK,FK2" vertex="1">
          <mxGeometry height="30" width="60" as="geometry">
            <mxRectangle height="30" width="60" as="alternateBounds" />
          </mxGeometry>
        </mxCell>
        <mxCell id="WDvytMEJftTZpuQGkw2x-134" parent="WDvytMEJftTZpuQGkw2x-132" style="shape=partialRectangle;connectable=0;fillColor=none;top=0;left=0;bottom=0;right=0;align=left;spacingLeft=6;fontStyle=5;overflow=hidden;html=1;whiteSpace=wrap;" value="sender_id" vertex="1">
          <mxGeometry height="30" width="150" x="60" as="geometry">
            <mxRectangle height="30" width="150" as="alternateBounds" />
          </mxGeometry>
        </mxCell>
        <mxCell id="WDvytMEJftTZpuQGkw2x-151" parent="1" style="shape=table;startSize=30;container=1;collapsible=1;childLayout=tableLayout;fixedRows=1;rowLines=0;fontStyle=1;align=center;resizeLast=1;html=1;" value="Measure" vertex="1">
          <mxGeometry height="90" width="180" x="550" y="580" as="geometry" />
        </mxCell>
        <mxCell id="WDvytMEJftTZpuQGkw2x-152" parent="WDvytMEJftTZpuQGkw2x-151" style="shape=tableRow;horizontal=0;startSize=0;swimlaneHead=0;swimlaneBody=0;fillColor=none;collapsible=0;dropTarget=0;points=[[0,0.5],[1,0.5]];portConstraint=eastwest;top=0;left=0;right=0;bottom=1;" value="" vertex="1">
          <mxGeometry height="30" width="180" y="30" as="geometry" />
        </mxCell>
        <mxCell id="WDvytMEJftTZpuQGkw2x-153" parent="WDvytMEJftTZpuQGkw2x-152" style="shape=partialRectangle;connectable=0;fillColor=none;top=0;left=0;bottom=0;right=0;fontStyle=1;overflow=hidden;whiteSpace=wrap;html=1;" value="PK" vertex="1">
          <mxGeometry height="30" width="30" as="geometry">
            <mxRectangle height="30" width="30" as="alternateBounds" />
          </mxGeometry>
        </mxCell>
        <mxCell id="WDvytMEJftTZpuQGkw2x-154" parent="WDvytMEJftTZpuQGkw2x-152" style="shape=partialRectangle;connectable=0;fillColor=none;top=0;left=0;bottom=0;right=0;align=left;spacingLeft=6;fontStyle=5;overflow=hidden;whiteSpace=wrap;html=1;" value="measure_id&amp;nbsp; [TEXT]" vertex="1">
          <mxGeometry height="30" width="150" x="30" as="geometry">
            <mxRectangle height="30" width="150" as="alternateBounds" />
          </mxGeometry>
        </mxCell>
        <mxCell id="WDvytMEJftTZpuQGkw2x-155" parent="WDvytMEJftTZpuQGkw2x-151" style="shape=tableRow;horizontal=0;startSize=0;swimlaneHead=0;swimlaneBody=0;fillColor=none;collapsible=0;dropTarget=0;points=[[0,0.5],[1,0.5]];portConstraint=eastwest;top=0;left=0;right=0;bottom=0;" value="" vertex="1">
          <mxGeometry height="30" width="180" y="60" as="geometry" />
        </mxCell>
        <mxCell id="WDvytMEJftTZpuQGkw2x-156" parent="WDvytMEJftTZpuQGkw2x-155" style="shape=partialRectangle;connectable=0;fillColor=none;top=0;left=0;bottom=0;right=0;editable=1;overflow=hidden;whiteSpace=wrap;html=1;" value="" vertex="1">
          <mxGeometry height="30" width="30" as="geometry">
            <mxRectangle height="30" width="30" as="alternateBounds" />
          </mxGeometry>
        </mxCell>
        <mxCell id="WDvytMEJftTZpuQGkw2x-157" parent="WDvytMEJftTZpuQGkw2x-155" style="shape=partialRectangle;connectable=0;fillColor=none;top=0;left=0;bottom=0;right=0;align=left;spacingLeft=6;overflow=hidden;whiteSpace=wrap;html=1;" value="decod&amp;nbsp;&amp;nbsp;&lt;span style=&quot;font-weight: 700; text-decoration-line: underline;&quot;&gt;[TEXT]&lt;/span&gt;" vertex="1">
          <mxGeometry height="30" width="150" x="30" as="geometry">
            <mxRectangle height="30" width="150" as="alternateBounds" />
          </mxGeometry>
        </mxCell>
        <mxCell id="WDvytMEJftTZpuQGkw2x-164" parent="1" style="shape=table;startSize=30;container=1;collapsible=1;childLayout=tableLayout;fixedRows=1;rowLines=0;fontStyle=1;align=center;resizeLast=1;html=1;whiteSpace=wrap;" value="Case_Measure" vertex="1">
          <mxGeometry height="90" width="180" x="260" y="580" as="geometry" />
        </mxCell>
        <mxCell id="WDvytMEJftTZpuQGkw2x-165" parent="WDvytMEJftTZpuQGkw2x-164" style="shape=tableRow;horizontal=0;startSize=0;swimlaneHead=0;swimlaneBody=0;fillColor=none;collapsible=0;dropTarget=0;points=[[0,0.5],[1,0.5]];portConstraint=eastwest;top=0;left=0;right=0;bottom=0;html=1;" value="" vertex="1">
          <mxGeometry height="30" width="180" y="30" as="geometry" />
        </mxCell>
        <mxCell id="WDvytMEJftTZpuQGkw2x-166" parent="WDvytMEJftTZpuQGkw2x-165" style="shape=partialRectangle;connectable=0;fillColor=none;top=0;left=0;bottom=0;right=0;fontStyle=1;overflow=hidden;html=1;whiteSpace=wrap;" value="PK,FK1" vertex="1">
          <mxGeometry height="30" width="60" as="geometry">
            <mxRectangle height="30" width="60" as="alternateBounds" />
          </mxGeometry>
        </mxCell>
        <mxCell id="WDvytMEJftTZpuQGkw2x-167" parent="WDvytMEJftTZpuQGkw2x-165" style="shape=partialRectangle;connectable=0;fillColor=none;top=0;left=0;bottom=0;right=0;align=left;spacingLeft=6;fontStyle=5;overflow=hidden;html=1;whiteSpace=wrap;" value="case_id" vertex="1">
          <mxGeometry height="30" width="120" x="60" as="geometry">
            <mxRectangle height="30" width="120" as="alternateBounds" />
          </mxGeometry>
        </mxCell>
        <mxCell id="WDvytMEJftTZpuQGkw2x-168" parent="WDvytMEJftTZpuQGkw2x-164" style="shape=tableRow;horizontal=0;startSize=0;swimlaneHead=0;swimlaneBody=0;fillColor=none;collapsible=0;dropTarget=0;points=[[0,0.5],[1,0.5]];portConstraint=eastwest;top=0;left=0;right=0;bottom=1;html=1;" value="" vertex="1">
          <mxGeometry height="30" width="180" y="60" as="geometry" />
        </mxCell>
        <mxCell id="WDvytMEJftTZpuQGkw2x-169" parent="WDvytMEJftTZpuQGkw2x-168" style="shape=partialRectangle;connectable=0;fillColor=none;top=0;left=0;bottom=0;right=0;fontStyle=1;overflow=hidden;html=1;whiteSpace=wrap;" value="PK,FK2" vertex="1">
          <mxGeometry height="30" width="60" as="geometry">
            <mxRectangle height="30" width="60" as="alternateBounds" />
          </mxGeometry>
        </mxCell>
        <mxCell id="WDvytMEJftTZpuQGkw2x-170" parent="WDvytMEJftTZpuQGkw2x-168" style="shape=partialRectangle;connectable=0;fillColor=none;top=0;left=0;bottom=0;right=0;align=left;spacingLeft=6;fontStyle=5;overflow=hidden;html=1;whiteSpace=wrap;" value="measure_id" vertex="1">
          <mxGeometry height="30" width="120" x="60" as="geometry">
            <mxRectangle height="30" width="120" as="alternateBounds" />
          </mxGeometry>
        </mxCell>
        <mxCell id="ermmsyjzQaxo6F8L4r3J-1" parent="1" style="shape=table;startSize=30;container=1;collapsible=1;childLayout=tableLayout;fixedRows=1;rowLines=0;fontStyle=1;align=center;resizeLast=1;html=1;whiteSpace=wrap;" value="Case_Target" vertex="1">
          <mxGeometry height="90" width="210" x="260" y="450" as="geometry" />
        </mxCell>
        <mxCell id="ermmsyjzQaxo6F8L4r3J-2" parent="ermmsyjzQaxo6F8L4r3J-1" style="shape=tableRow;horizontal=0;startSize=0;swimlaneHead=0;swimlaneBody=0;fillColor=none;collapsible=0;dropTarget=0;points=[[0,0.5],[1,0.5]];portConstraint=eastwest;top=0;left=0;right=0;bottom=0;html=1;" value="" vertex="1">
          <mxGeometry height="30" width="210" y="30" as="geometry" />
        </mxCell>
        <mxCell id="ermmsyjzQaxo6F8L4r3J-3" parent="ermmsyjzQaxo6F8L4r3J-2" style="shape=partialRectangle;connectable=0;fillColor=none;top=0;left=0;bottom=0;right=0;fontStyle=1;overflow=hidden;html=1;whiteSpace=wrap;" value="PK,FK1" vertex="1">
          <mxGeometry height="30" width="60" as="geometry">
            <mxRectangle height="30" width="60" as="alternateBounds" />
          </mxGeometry>
        </mxCell>
        <mxCell id="ermmsyjzQaxo6F8L4r3J-4" parent="ermmsyjzQaxo6F8L4r3J-2" style="shape=partialRectangle;connectable=0;fillColor=none;top=0;left=0;bottom=0;right=0;align=left;spacingLeft=6;fontStyle=5;overflow=hidden;html=1;whiteSpace=wrap;" value="case_id" vertex="1">
          <mxGeometry height="30" width="150" x="60" as="geometry">
            <mxRectangle height="30" width="150" as="alternateBounds" />
          </mxGeometry>
        </mxCell>
        <mxCell id="ermmsyjzQaxo6F8L4r3J-5" parent="ermmsyjzQaxo6F8L4r3J-1" style="shape=tableRow;horizontal=0;startSize=0;swimlaneHead=0;swimlaneBody=0;fillColor=none;collapsible=0;dropTarget=0;points=[[0,0.5],[1,0.5]];portConstraint=eastwest;top=0;left=0;right=0;bottom=1;html=1;" value="" vertex="1">
          <mxGeometry height="30" width="210" y="60" as="geometry" />
        </mxCell>
        <mxCell id="ermmsyjzQaxo6F8L4r3J-6" parent="ermmsyjzQaxo6F8L4r3J-5" style="shape=partialRectangle;connectable=0;fillColor=none;top=0;left=0;bottom=0;right=0;fontStyle=1;overflow=hidden;html=1;whiteSpace=wrap;" value="PK,FK2" vertex="1">
          <mxGeometry height="30" width="60" as="geometry">
            <mxRectangle height="30" width="60" as="alternateBounds" />
          </mxGeometry>
        </mxCell>
        <mxCell id="ermmsyjzQaxo6F8L4r3J-7" parent="ermmsyjzQaxo6F8L4r3J-5" style="shape=partialRectangle;connectable=0;fillColor=none;top=0;left=0;bottom=0;right=0;align=left;spacingLeft=6;fontStyle=5;overflow=hidden;html=1;whiteSpace=wrap;" value="target_id" vertex="1">
          <mxGeometry height="30" width="150" x="60" as="geometry">
            <mxRectangle height="30" width="150" as="alternateBounds" />
          </mxGeometry>
        </mxCell>
        <mxCell id="ermmsyjzQaxo6F8L4r3J-14" parent="1" style="shape=table;startSize=30;container=1;collapsible=1;childLayout=tableLayout;fixedRows=1;rowLines=0;fontStyle=1;align=center;resizeLast=1;html=1;" value="Target" vertex="1">
          <mxGeometry height="90" width="180" x="550" y="450" as="geometry" />
        </mxCell>
        <mxCell id="ermmsyjzQaxo6F8L4r3J-15" parent="ermmsyjzQaxo6F8L4r3J-14" style="shape=tableRow;horizontal=0;startSize=0;swimlaneHead=0;swimlaneBody=0;fillColor=none;collapsible=0;dropTarget=0;points=[[0,0.5],[1,0.5]];portConstraint=eastwest;top=0;left=0;right=0;bottom=1;" value="" vertex="1">
          <mxGeometry height="30" width="180" y="30" as="geometry" />
        </mxCell>
        <mxCell id="ermmsyjzQaxo6F8L4r3J-16" parent="ermmsyjzQaxo6F8L4r3J-15" style="shape=partialRectangle;connectable=0;fillColor=none;top=0;left=0;bottom=0;right=0;fontStyle=1;overflow=hidden;whiteSpace=wrap;html=1;" value="PK" vertex="1">
          <mxGeometry height="30" width="30" as="geometry">
            <mxRectangle height="30" width="30" as="alternateBounds" />
          </mxGeometry>
        </mxCell>
        <mxCell id="ermmsyjzQaxo6F8L4r3J-17" parent="ermmsyjzQaxo6F8L4r3J-15" style="shape=partialRectangle;connectable=0;fillColor=none;top=0;left=0;bottom=0;right=0;align=left;spacingLeft=6;fontStyle=5;overflow=hidden;whiteSpace=wrap;html=1;" value="target_id&amp;nbsp; [TEXT]" vertex="1">
          <mxGeometry height="30" width="150" x="30" as="geometry">
            <mxRectangle height="30" width="150" as="alternateBounds" />
          </mxGeometry>
        </mxCell>
        <mxCell id="ermmsyjzQaxo6F8L4r3J-18" parent="ermmsyjzQaxo6F8L4r3J-14" style="shape=tableRow;horizontal=0;startSize=0;swimlaneHead=0;swimlaneBody=0;fillColor=none;collapsible=0;dropTarget=0;points=[[0,0.5],[1,0.5]];portConstraint=eastwest;top=0;left=0;right=0;bottom=0;" value="" vertex="1">
          <mxGeometry height="30" width="180" y="60" as="geometry" />
        </mxCell>
        <mxCell id="ermmsyjzQaxo6F8L4r3J-19" parent="ermmsyjzQaxo6F8L4r3J-18" style="shape=partialRectangle;connectable=0;fillColor=none;top=0;left=0;bottom=0;right=0;editable=1;overflow=hidden;whiteSpace=wrap;html=1;" value="" vertex="1">
          <mxGeometry height="30" width="30" as="geometry">
            <mxRectangle height="30" width="30" as="alternateBounds" />
          </mxGeometry>
        </mxCell>
        <mxCell id="ermmsyjzQaxo6F8L4r3J-20" parent="ermmsyjzQaxo6F8L4r3J-18" style="shape=partialRectangle;connectable=0;fillColor=none;top=0;left=0;bottom=0;right=0;align=left;spacingLeft=6;overflow=hidden;whiteSpace=wrap;html=1;" value="decod&amp;nbsp;&amp;nbsp;&lt;span style=&quot;font-weight: 700; text-decoration-line: underline;&quot;&gt;[TEXT]&lt;/span&gt;" vertex="1">
          <mxGeometry height="30" width="150" x="30" as="geometry">
            <mxRectangle height="30" width="150" as="alternateBounds" />
          </mxGeometry>
        </mxCell>
        <mxCell id="ermmsyjzQaxo6F8L4r3J-53" parent="1" style="shape=table;startSize=30;container=1;collapsible=1;childLayout=tableLayout;fixedRows=1;rowLines=0;fontStyle=1;align=center;resizeLast=1;html=1;whiteSpace=wrap;" value="Case_Goal" vertex="1">
          <mxGeometry height="120" width="180" x="260" y="710" as="geometry" />
        </mxCell>
        <mxCell id="ermmsyjzQaxo6F8L4r3J-54" parent="ermmsyjzQaxo6F8L4r3J-53" style="shape=tableRow;horizontal=0;startSize=0;swimlaneHead=0;swimlaneBody=0;fillColor=none;collapsible=0;dropTarget=0;points=[[0,0.5],[1,0.5]];portConstraint=eastwest;top=0;left=0;right=0;bottom=0;html=1;" value="" vertex="1">
          <mxGeometry height="30" width="180" y="30" as="geometry" />
        </mxCell>
        <mxCell id="ermmsyjzQaxo6F8L4r3J-55" parent="ermmsyjzQaxo6F8L4r3J-54" style="shape=partialRectangle;connectable=0;fillColor=none;top=0;left=0;bottom=0;right=0;fontStyle=1;overflow=hidden;html=1;whiteSpace=wrap;" value="PK,FK1" vertex="1">
          <mxGeometry height="30" width="60" as="geometry">
            <mxRectangle height="30" width="60" as="alternateBounds" />
          </mxGeometry>
        </mxCell>
        <mxCell id="ermmsyjzQaxo6F8L4r3J-56" parent="ermmsyjzQaxo6F8L4r3J-54" style="shape=partialRectangle;connectable=0;fillColor=none;top=0;left=0;bottom=0;right=0;align=left;spacingLeft=6;fontStyle=5;overflow=hidden;html=1;whiteSpace=wrap;" value="case_id" vertex="1">
          <mxGeometry height="30" width="120" x="60" as="geometry">
            <mxRectangle height="30" width="120" as="alternateBounds" />
          </mxGeometry>
        </mxCell>
        <mxCell id="ermmsyjzQaxo6F8L4r3J-57" parent="ermmsyjzQaxo6F8L4r3J-53" style="shape=tableRow;horizontal=0;startSize=0;swimlaneHead=0;swimlaneBody=0;fillColor=none;collapsible=0;dropTarget=0;points=[[0,0.5],[1,0.5]];portConstraint=eastwest;top=0;left=0;right=0;bottom=1;html=1;" value="" vertex="1">
          <mxGeometry height="30" width="180" y="60" as="geometry" />
        </mxCell>
        <mxCell id="ermmsyjzQaxo6F8L4r3J-58" parent="ermmsyjzQaxo6F8L4r3J-57" style="shape=partialRectangle;connectable=0;fillColor=none;top=0;left=0;bottom=0;right=0;fontStyle=1;overflow=hidden;html=1;whiteSpace=wrap;" value="PK,FK2" vertex="1">
          <mxGeometry height="30" width="60" as="geometry">
            <mxRectangle height="30" width="60" as="alternateBounds" />
          </mxGeometry>
        </mxCell>
        <mxCell id="ermmsyjzQaxo6F8L4r3J-59" parent="ermmsyjzQaxo6F8L4r3J-57" style="shape=partialRectangle;connectable=0;fillColor=none;top=0;left=0;bottom=0;right=0;align=left;spacingLeft=6;fontStyle=5;overflow=hidden;html=1;whiteSpace=wrap;" value="goal_id" vertex="1">
          <mxGeometry height="30" width="120" x="60" as="geometry">
            <mxRectangle height="30" width="120" as="alternateBounds" />
          </mxGeometry>
        </mxCell>
        <mxCell id="ermmsyjzQaxo6F8L4r3J-67" parent="ermmsyjzQaxo6F8L4r3J-53" style="shape=tableRow;horizontal=0;startSize=0;swimlaneHead=0;swimlaneBody=0;fillColor=none;collapsible=0;dropTarget=0;points=[[0,0.5],[1,0.5]];portConstraint=eastwest;top=0;left=0;right=0;bottom=1;html=1;" value="" vertex="1">
          <mxGeometry height="30" width="180" y="90" as="geometry" />
        </mxCell>
        <mxCell id="ermmsyjzQaxo6F8L4r3J-68" parent="ermmsyjzQaxo6F8L4r3J-67" style="shape=partialRectangle;connectable=0;fillColor=none;top=0;left=0;bottom=0;right=0;fontStyle=1;overflow=hidden;html=1;whiteSpace=wrap;" value="" vertex="1">
          <mxGeometry height="30" width="60" as="geometry">
            <mxRectangle height="30" width="60" as="alternateBounds" />
          </mxGeometry>
        </mxCell>
        <mxCell id="ermmsyjzQaxo6F8L4r3J-69" parent="ermmsyjzQaxo6F8L4r3J-67" style="shape=partialRectangle;connectable=0;fillColor=none;top=0;left=0;bottom=0;right=0;align=left;spacingLeft=6;fontStyle=5;overflow=hidden;html=1;whiteSpace=wrap;" value="&lt;span style=&quot;font-weight: 400;&quot;&gt;adapt_goal&amp;nbsp; [BOOL]&lt;/span&gt;" vertex="1">
          <mxGeometry height="30" width="120" x="60" as="geometry">
            <mxRectangle height="30" width="120" as="alternateBounds" />
          </mxGeometry>
        </mxCell>
        <mxCell id="ermmsyjzQaxo6F8L4r3J-60" parent="1" style="shape=table;startSize=30;container=1;collapsible=1;childLayout=tableLayout;fixedRows=1;rowLines=0;fontStyle=1;align=center;resizeLast=1;html=1;" value="Goal" vertex="1">
          <mxGeometry height="90" width="180" x="550" y="710" as="geometry" />
        </mxCell>
        <mxCell id="ermmsyjzQaxo6F8L4r3J-61" parent="ermmsyjzQaxo6F8L4r3J-60" style="shape=tableRow;horizontal=0;startSize=0;swimlaneHead=0;swimlaneBody=0;fillColor=none;collapsible=0;dropTarget=0;points=[[0,0.5],[1,0.5]];portConstraint=eastwest;top=0;left=0;right=0;bottom=1;" value="" vertex="1">
          <mxGeometry height="30" width="180" y="30" as="geometry" />
        </mxCell>
        <mxCell id="ermmsyjzQaxo6F8L4r3J-62" parent="ermmsyjzQaxo6F8L4r3J-61" style="shape=partialRectangle;connectable=0;fillColor=none;top=0;left=0;bottom=0;right=0;fontStyle=1;overflow=hidden;whiteSpace=wrap;html=1;" value="PK" vertex="1">
          <mxGeometry height="30" width="30" as="geometry">
            <mxRectangle height="30" width="30" as="alternateBounds" />
          </mxGeometry>
        </mxCell>
        <mxCell id="ermmsyjzQaxo6F8L4r3J-63" parent="ermmsyjzQaxo6F8L4r3J-61" style="shape=partialRectangle;connectable=0;fillColor=none;top=0;left=0;bottom=0;right=0;align=left;spacingLeft=6;fontStyle=5;overflow=hidden;whiteSpace=wrap;html=1;" value="goal_id&amp;nbsp; [TEXT]" vertex="1">
          <mxGeometry height="30" width="150" x="30" as="geometry">
            <mxRectangle height="30" width="150" as="alternateBounds" />
          </mxGeometry>
        </mxCell>
        <mxCell id="ermmsyjzQaxo6F8L4r3J-64" parent="ermmsyjzQaxo6F8L4r3J-60" style="shape=tableRow;horizontal=0;startSize=0;swimlaneHead=0;swimlaneBody=0;fillColor=none;collapsible=0;dropTarget=0;points=[[0,0.5],[1,0.5]];portConstraint=eastwest;top=0;left=0;right=0;bottom=0;" value="" vertex="1">
          <mxGeometry height="30" width="180" y="60" as="geometry" />
        </mxCell>
        <mxCell id="ermmsyjzQaxo6F8L4r3J-65" parent="ermmsyjzQaxo6F8L4r3J-64" style="shape=partialRectangle;connectable=0;fillColor=none;top=0;left=0;bottom=0;right=0;editable=1;overflow=hidden;whiteSpace=wrap;html=1;" value="" vertex="1">
          <mxGeometry height="30" width="30" as="geometry">
            <mxRectangle height="30" width="30" as="alternateBounds" />
          </mxGeometry>
        </mxCell>
        <mxCell id="ermmsyjzQaxo6F8L4r3J-66" parent="ermmsyjzQaxo6F8L4r3J-64" style="shape=partialRectangle;connectable=0;fillColor=none;top=0;left=0;bottom=0;right=0;align=left;spacingLeft=6;overflow=hidden;whiteSpace=wrap;html=1;" value="decod&amp;nbsp;&amp;nbsp;&lt;span style=&quot;font-weight: 700; text-decoration-line: underline;&quot;&gt;[TEXT]&lt;/span&gt;" vertex="1">
          <mxGeometry height="30" width="150" x="30" as="geometry">
            <mxRectangle height="30" width="150" as="alternateBounds" />
          </mxGeometry>
        </mxCell>
        <mxCell id="ermmsyjzQaxo6F8L4r3J-75" parent="1" style="shape=table;startSize=30;container=1;collapsible=1;childLayout=tableLayout;fixedRows=1;rowLines=0;fontStyle=1;align=center;resizeLast=1;html=1;whiteSpace=wrap;" value="Case_Multilateralism" vertex="1">
          <mxGeometry height="90" width="180" x="260" y="870" as="geometry" />
        </mxCell>
        <mxCell id="ermmsyjzQaxo6F8L4r3J-76" parent="ermmsyjzQaxo6F8L4r3J-75" style="shape=tableRow;horizontal=0;startSize=0;swimlaneHead=0;swimlaneBody=0;fillColor=none;collapsible=0;dropTarget=0;points=[[0,0.5],[1,0.5]];portConstraint=eastwest;top=0;left=0;right=0;bottom=0;html=1;" value="" vertex="1">
          <mxGeometry height="30" width="180" y="30" as="geometry" />
        </mxCell>
        <mxCell id="ermmsyjzQaxo6F8L4r3J-77" parent="ermmsyjzQaxo6F8L4r3J-76" style="shape=partialRectangle;connectable=0;fillColor=none;top=0;left=0;bottom=0;right=0;fontStyle=1;overflow=hidden;html=1;whiteSpace=wrap;" value="PK,FK1" vertex="1">
          <mxGeometry height="30" width="60" as="geometry">
            <mxRectangle height="30" width="60" as="alternateBounds" />
          </mxGeometry>
        </mxCell>
        <mxCell id="ermmsyjzQaxo6F8L4r3J-78" parent="ermmsyjzQaxo6F8L4r3J-76" style="shape=partialRectangle;connectable=0;fillColor=none;top=0;left=0;bottom=0;right=0;align=left;spacingLeft=6;fontStyle=5;overflow=hidden;html=1;whiteSpace=wrap;" value="case_id" vertex="1">
          <mxGeometry height="30" width="120" x="60" as="geometry">
            <mxRectangle height="30" width="120" as="alternateBounds" />
          </mxGeometry>
        </mxCell>
        <mxCell id="ermmsyjzQaxo6F8L4r3J-79" parent="ermmsyjzQaxo6F8L4r3J-75" style="shape=tableRow;horizontal=0;startSize=0;swimlaneHead=0;swimlaneBody=0;fillColor=none;collapsible=0;dropTarget=0;points=[[0,0.5],[1,0.5]];portConstraint=eastwest;top=0;left=0;right=0;bottom=1;html=1;" value="" vertex="1">
          <mxGeometry height="30" width="180" y="60" as="geometry" />
        </mxCell>
        <mxCell id="ermmsyjzQaxo6F8L4r3J-80" parent="ermmsyjzQaxo6F8L4r3J-79" style="shape=partialRectangle;connectable=0;fillColor=none;top=0;left=0;bottom=0;right=0;fontStyle=1;overflow=hidden;html=1;whiteSpace=wrap;" value="PK,FK2" vertex="1">
          <mxGeometry height="30" width="60" as="geometry">
            <mxRectangle height="30" width="60" as="alternateBounds" />
          </mxGeometry>
        </mxCell>
        <mxCell id="ermmsyjzQaxo6F8L4r3J-81" parent="ermmsyjzQaxo6F8L4r3J-79" style="shape=partialRectangle;connectable=0;fillColor=none;top=0;left=0;bottom=0;right=0;align=left;spacingLeft=6;fontStyle=5;overflow=hidden;html=1;whiteSpace=wrap;" value="multilateralism_id&amp;nbsp;&amp;nbsp;" vertex="1">
          <mxGeometry height="30" width="120" x="60" as="geometry">
            <mxRectangle height="30" width="120" as="alternateBounds" />
          </mxGeometry>
        </mxCell>
        <mxCell id="ermmsyjzQaxo6F8L4r3J-85" parent="1" style="shape=table;startSize=30;container=1;collapsible=1;childLayout=tableLayout;fixedRows=1;rowLines=0;fontStyle=1;align=center;resizeLast=1;html=1;" value="Multilateralism" vertex="1">
          <mxGeometry height="60" width="210" x="550" y="870" as="geometry" />
        </mxCell>
        <mxCell id="ermmsyjzQaxo6F8L4r3J-86" parent="ermmsyjzQaxo6F8L4r3J-85" style="shape=tableRow;horizontal=0;startSize=0;swimlaneHead=0;swimlaneBody=0;fillColor=none;collapsible=0;dropTarget=0;points=[[0,0.5],[1,0.5]];portConstraint=eastwest;top=0;left=0;right=0;bottom=1;" value="" vertex="1">
          <mxGeometry height="30" width="210" y="30" as="geometry" />
        </mxCell>
        <mxCell id="ermmsyjzQaxo6F8L4r3J-87" parent="ermmsyjzQaxo6F8L4r3J-86" style="shape=partialRectangle;connectable=0;fillColor=none;top=0;left=0;bottom=0;right=0;fontStyle=1;overflow=hidden;whiteSpace=wrap;html=1;" value="PK" vertex="1">
          <mxGeometry height="30" width="30" as="geometry">
            <mxRectangle height="30" width="30" as="alternateBounds" />
          </mxGeometry>
        </mxCell>
        <mxCell id="ermmsyjzQaxo6F8L4r3J-88" parent="ermmsyjzQaxo6F8L4r3J-86" style="shape=partialRectangle;connectable=0;fillColor=none;top=0;left=0;bottom=0;right=0;align=left;spacingLeft=6;fontStyle=5;overflow=hidden;whiteSpace=wrap;html=1;" value="multilateralism_id&amp;nbsp; [TEXT]" vertex="1">
          <mxGeometry height="30" width="180" x="30" as="geometry">
            <mxRectangle height="30" width="180" as="alternateBounds" />
          </mxGeometry>
        </mxCell>
        <mxCell id="ermmsyjzQaxo6F8L4r3J-103" parent="1" style="shape=table;startSize=30;container=1;collapsible=1;childLayout=tableLayout;fixedRows=1;rowLines=0;fontStyle=1;align=center;resizeLast=1;html=1;whiteSpace=wrap;" value="Case_&lt;span style=&quot;text-wrap-mode: nowrap;&quot;&gt;Dataset&lt;/span&gt;" vertex="1">
          <mxGeometry height="90" width="180" x="260" y="1000" as="geometry" />
        </mxCell>
        <mxCell id="ermmsyjzQaxo6F8L4r3J-104" parent="ermmsyjzQaxo6F8L4r3J-103" style="shape=tableRow;horizontal=0;startSize=0;swimlaneHead=0;swimlaneBody=0;fillColor=none;collapsible=0;dropTarget=0;points=[[0,0.5],[1,0.5]];portConstraint=eastwest;top=0;left=0;right=0;bottom=0;html=1;" value="" vertex="1">
          <mxGeometry height="30" width="180" y="30" as="geometry" />
        </mxCell>
        <mxCell id="ermmsyjzQaxo6F8L4r3J-105" parent="ermmsyjzQaxo6F8L4r3J-104" style="shape=partialRectangle;connectable=0;fillColor=none;top=0;left=0;bottom=0;right=0;fontStyle=1;overflow=hidden;html=1;whiteSpace=wrap;" value="PK,FK1" vertex="1">
          <mxGeometry height="30" width="60" as="geometry">
            <mxRectangle height="30" width="60" as="alternateBounds" />
          </mxGeometry>
        </mxCell>
        <mxCell id="ermmsyjzQaxo6F8L4r3J-106" parent="ermmsyjzQaxo6F8L4r3J-104" style="shape=partialRectangle;connectable=0;fillColor=none;top=0;left=0;bottom=0;right=0;align=left;spacingLeft=6;fontStyle=5;overflow=hidden;html=1;whiteSpace=wrap;" value="case_id" vertex="1">
          <mxGeometry height="30" width="120" x="60" as="geometry">
            <mxRectangle height="30" width="120" as="alternateBounds" />
          </mxGeometry>
        </mxCell>
        <mxCell id="ermmsyjzQaxo6F8L4r3J-107" parent="ermmsyjzQaxo6F8L4r3J-103" style="shape=tableRow;horizontal=0;startSize=0;swimlaneHead=0;swimlaneBody=0;fillColor=none;collapsible=0;dropTarget=0;points=[[0,0.5],[1,0.5]];portConstraint=eastwest;top=0;left=0;right=0;bottom=1;html=1;" value="" vertex="1">
          <mxGeometry height="30" width="180" y="60" as="geometry" />
        </mxCell>
        <mxCell id="ermmsyjzQaxo6F8L4r3J-108" parent="ermmsyjzQaxo6F8L4r3J-107" style="shape=partialRectangle;connectable=0;fillColor=none;top=0;left=0;bottom=0;right=0;fontStyle=1;overflow=hidden;html=1;whiteSpace=wrap;" value="PK,FK2" vertex="1">
          <mxGeometry height="30" width="60" as="geometry">
            <mxRectangle height="30" width="60" as="alternateBounds" />
          </mxGeometry>
        </mxCell>
        <mxCell id="ermmsyjzQaxo6F8L4r3J-109" parent="ermmsyjzQaxo6F8L4r3J-107" style="shape=partialRectangle;connectable=0;fillColor=none;top=0;left=0;bottom=0;right=0;align=left;spacingLeft=6;fontStyle=5;overflow=hidden;html=1;whiteSpace=wrap;" value="dataset_id" vertex="1">
          <mxGeometry height="30" width="120" x="60" as="geometry">
            <mxRectangle height="30" width="120" as="alternateBounds" />
          </mxGeometry>
        </mxCell>
        <mxCell id="ermmsyjzQaxo6F8L4r3J-110" parent="1" style="shape=table;startSize=30;container=1;collapsible=1;childLayout=tableLayout;fixedRows=1;rowLines=0;fontStyle=1;align=center;resizeLast=1;html=1;" value="Dataset" vertex="1">
          <mxGeometry height="60" width="210" x="535" y="1000" as="geometry" />
        </mxCell>
        <mxCell id="ermmsyjzQaxo6F8L4r3J-111" parent="ermmsyjzQaxo6F8L4r3J-110" style="shape=tableRow;horizontal=0;startSize=0;swimlaneHead=0;swimlaneBody=0;fillColor=none;collapsible=0;dropTarget=0;points=[[0,0.5],[1,0.5]];portConstraint=eastwest;top=0;left=0;right=0;bottom=1;" value="" vertex="1">
          <mxGeometry height="30" width="210" y="30" as="geometry" />
        </mxCell>
        <mxCell id="ermmsyjzQaxo6F8L4r3J-112" parent="ermmsyjzQaxo6F8L4r3J-111" style="shape=partialRectangle;connectable=0;fillColor=none;top=0;left=0;bottom=0;right=0;fontStyle=1;overflow=hidden;whiteSpace=wrap;html=1;" value="PK" vertex="1">
          <mxGeometry height="30" width="30" as="geometry">
            <mxRectangle height="30" width="30" as="alternateBounds" />
          </mxGeometry>
        </mxCell>
        <mxCell id="ermmsyjzQaxo6F8L4r3J-113" parent="ermmsyjzQaxo6F8L4r3J-111" style="shape=partialRectangle;connectable=0;fillColor=none;top=0;left=0;bottom=0;right=0;align=left;spacingLeft=6;fontStyle=5;overflow=hidden;whiteSpace=wrap;html=1;" value="dataset_id&amp;nbsp; [TEXT]" vertex="1">
          <mxGeometry height="30" width="180" x="30" as="geometry">
            <mxRectangle height="30" width="180" as="alternateBounds" />
          </mxGeometry>
        </mxCell>
        <mxCell id="aQ2nzmJiz5wbqGwOIO7E-17" edge="1" parent="1" source="WDvytMEJftTZpuQGkw2x-5" style="edgeStyle=orthogonalEdgeStyle;rounded=0;orthogonalLoop=1;jettySize=auto;html=1;entryX=0;entryY=0.5;entryDx=0;entryDy=0;" target="WDvytMEJftTZpuQGkw2x-53">
          <mxGeometry relative="1" as="geometry" />
        </mxCell>
        <mxCell id="aQ2nzmJiz5wbqGwOIO7E-18" edge="1" parent="1" source="WDvytMEJftTZpuQGkw2x-5" style="edgeStyle=orthogonalEdgeStyle;rounded=0;orthogonalLoop=1;jettySize=auto;html=1;entryX=0;entryY=0.5;entryDx=0;entryDy=0;" target="WDvytMEJftTZpuQGkw2x-129">
          <mxGeometry relative="1" as="geometry" />
        </mxCell>
        <mxCell id="aQ2nzmJiz5wbqGwOIO7E-19" edge="1" parent="1" source="WDvytMEJftTZpuQGkw2x-5" style="edgeStyle=orthogonalEdgeStyle;rounded=0;orthogonalLoop=1;jettySize=auto;html=1;entryX=0;entryY=0.5;entryDx=0;entryDy=0;" target="ermmsyjzQaxo6F8L4r3J-2">
          <mxGeometry relative="1" as="geometry" />
        </mxCell>
        <mxCell id="aQ2nzmJiz5wbqGwOIO7E-20" edge="1" parent="1" source="WDvytMEJftTZpuQGkw2x-5" style="edgeStyle=orthogonalEdgeStyle;rounded=0;orthogonalLoop=1;jettySize=auto;html=1;entryX=0;entryY=0.5;entryDx=0;entryDy=0;" target="WDvytMEJftTZpuQGkw2x-165">
          <mxGeometry relative="1" as="geometry" />
        </mxCell>
        <mxCell id="aQ2nzmJiz5wbqGwOIO7E-24" edge="1" parent="1" source="WDvytMEJftTZpuQGkw2x-5" style="edgeStyle=orthogonalEdgeStyle;rounded=0;orthogonalLoop=1;jettySize=auto;html=1;entryX=0;entryY=0.5;entryDx=0;entryDy=0;" target="ermmsyjzQaxo6F8L4r3J-54">
          <mxGeometry relative="1" as="geometry" />
        </mxCell>
        <mxCell id="aQ2nzmJiz5wbqGwOIO7E-25" edge="1" parent="1" source="WDvytMEJftTZpuQGkw2x-5" style="edgeStyle=orthogonalEdgeStyle;rounded=0;orthogonalLoop=1;jettySize=auto;html=1;entryX=0;entryY=0.5;entryDx=0;entryDy=0;" target="ermmsyjzQaxo6F8L4r3J-76">
          <mxGeometry relative="1" as="geometry" />
        </mxCell>
        <mxCell id="aQ2nzmJiz5wbqGwOIO7E-26" edge="1" parent="1" source="WDvytMEJftTZpuQGkw2x-5" style="edgeStyle=orthogonalEdgeStyle;rounded=0;orthogonalLoop=1;jettySize=auto;html=1;entryX=0;entryY=0.667;entryDx=0;entryDy=0;entryPerimeter=0;" target="ermmsyjzQaxo6F8L4r3J-104">
          <mxGeometry relative="1" as="geometry" />
        </mxCell>
        <mxCell id="aQ2nzmJiz5wbqGwOIO7E-27" edge="1" parent="1" source="WDvytMEJftTZpuQGkw2x-40" style="edgeStyle=orthogonalEdgeStyle;rounded=0;orthogonalLoop=1;jettySize=auto;html=1;entryX=1.018;entryY=0.67;entryDx=0;entryDy=0;entryPerimeter=0;" target="WDvytMEJftTZpuQGkw2x-56">
          <mxGeometry relative="1" as="geometry" />
        </mxCell>
        <mxCell id="aQ2nzmJiz5wbqGwOIO7E-28" edge="1" parent="1" source="WDvytMEJftTZpuQGkw2x-103" style="edgeStyle=orthogonalEdgeStyle;rounded=0;orthogonalLoop=1;jettySize=auto;html=1;entryX=1;entryY=0.5;entryDx=0;entryDy=0;" target="WDvytMEJftTZpuQGkw2x-132">
          <mxGeometry relative="1" as="geometry" />
        </mxCell>
        <mxCell id="aQ2nzmJiz5wbqGwOIO7E-29" edge="1" parent="1" source="ermmsyjzQaxo6F8L4r3J-15" style="edgeStyle=orthogonalEdgeStyle;rounded=0;orthogonalLoop=1;jettySize=auto;html=1;entryX=1.013;entryY=0.664;entryDx=0;entryDy=0;entryPerimeter=0;" target="ermmsyjzQaxo6F8L4r3J-5">
          <mxGeometry relative="1" as="geometry" />
        </mxCell>
        <mxCell id="aQ2nzmJiz5wbqGwOIO7E-30" edge="1" parent="1" source="WDvytMEJftTZpuQGkw2x-152" style="edgeStyle=orthogonalEdgeStyle;rounded=0;orthogonalLoop=1;jettySize=auto;html=1;entryX=1;entryY=0.5;entryDx=0;entryDy=0;" target="WDvytMEJftTZpuQGkw2x-168">
          <mxGeometry relative="1" as="geometry" />
        </mxCell>
-         <mxCell id="aQ2nzmJiz5wbqGwOIO7E-31" edge="1" parent="1" source="ermmsyjzQaxo6F8L4r3J-61" style="edgeStyle=orthogonalEdgeStyle;rounded=0;orthogonalLoop=1;jettySize=auto;html=1;entryX=1;entryY=0.5;entryDx=0;entryDy=0;" target="ermmsyjzQaxo6F8L4r3J-67">
-           <mxGeometry relative="1" as="geometry" />
+         <mxCell id="aQ2nzmJiz5wbqGwOIO7E-31" edge="1" parent="1" source="ermmsyjzQaxo6F8L4r3J-61" style="edgeStyle=orthogonalEdgeStyle;rounded=0;orthogonalLoop=1;jettySize=auto;html=1;">
+           <mxGeometry relative="1" as="geometry">
+             <Array as="points">
+               <mxPoint x="495" y="755" />
+               <mxPoint x="495" y="790" />
+               <mxPoint x="440" y="790" />
+             </Array>
+             <mxPoint x="440" y="790" as="targetPoint" />
+           </mxGeometry>
        </mxCell>
        <mxCell id="aQ2nzmJiz5wbqGwOIO7E-32" edge="1" parent="1" source="ermmsyjzQaxo6F8L4r3J-86" style="edgeStyle=orthogonalEdgeStyle;rounded=0;orthogonalLoop=1;jettySize=auto;html=1;entryX=1;entryY=0.5;entryDx=0;entryDy=0;" target="ermmsyjzQaxo6F8L4r3J-79">
          <mxGeometry relative="1" as="geometry" />
        </mxCell>
        <mxCell id="aQ2nzmJiz5wbqGwOIO7E-33" edge="1" parent="1" source="ermmsyjzQaxo6F8L4r3J-111" style="edgeStyle=orthogonalEdgeStyle;rounded=0;orthogonalLoop=1;jettySize=auto;html=1;entryX=1;entryY=0.5;entryDx=0;entryDy=0;" target="ermmsyjzQaxo6F8L4r3J-107">
          <mxGeometry relative="1" as="geometry" />
        </mxCell>
      </root>
    </mxGraphModel>
  </diagram>
</mxfile>
